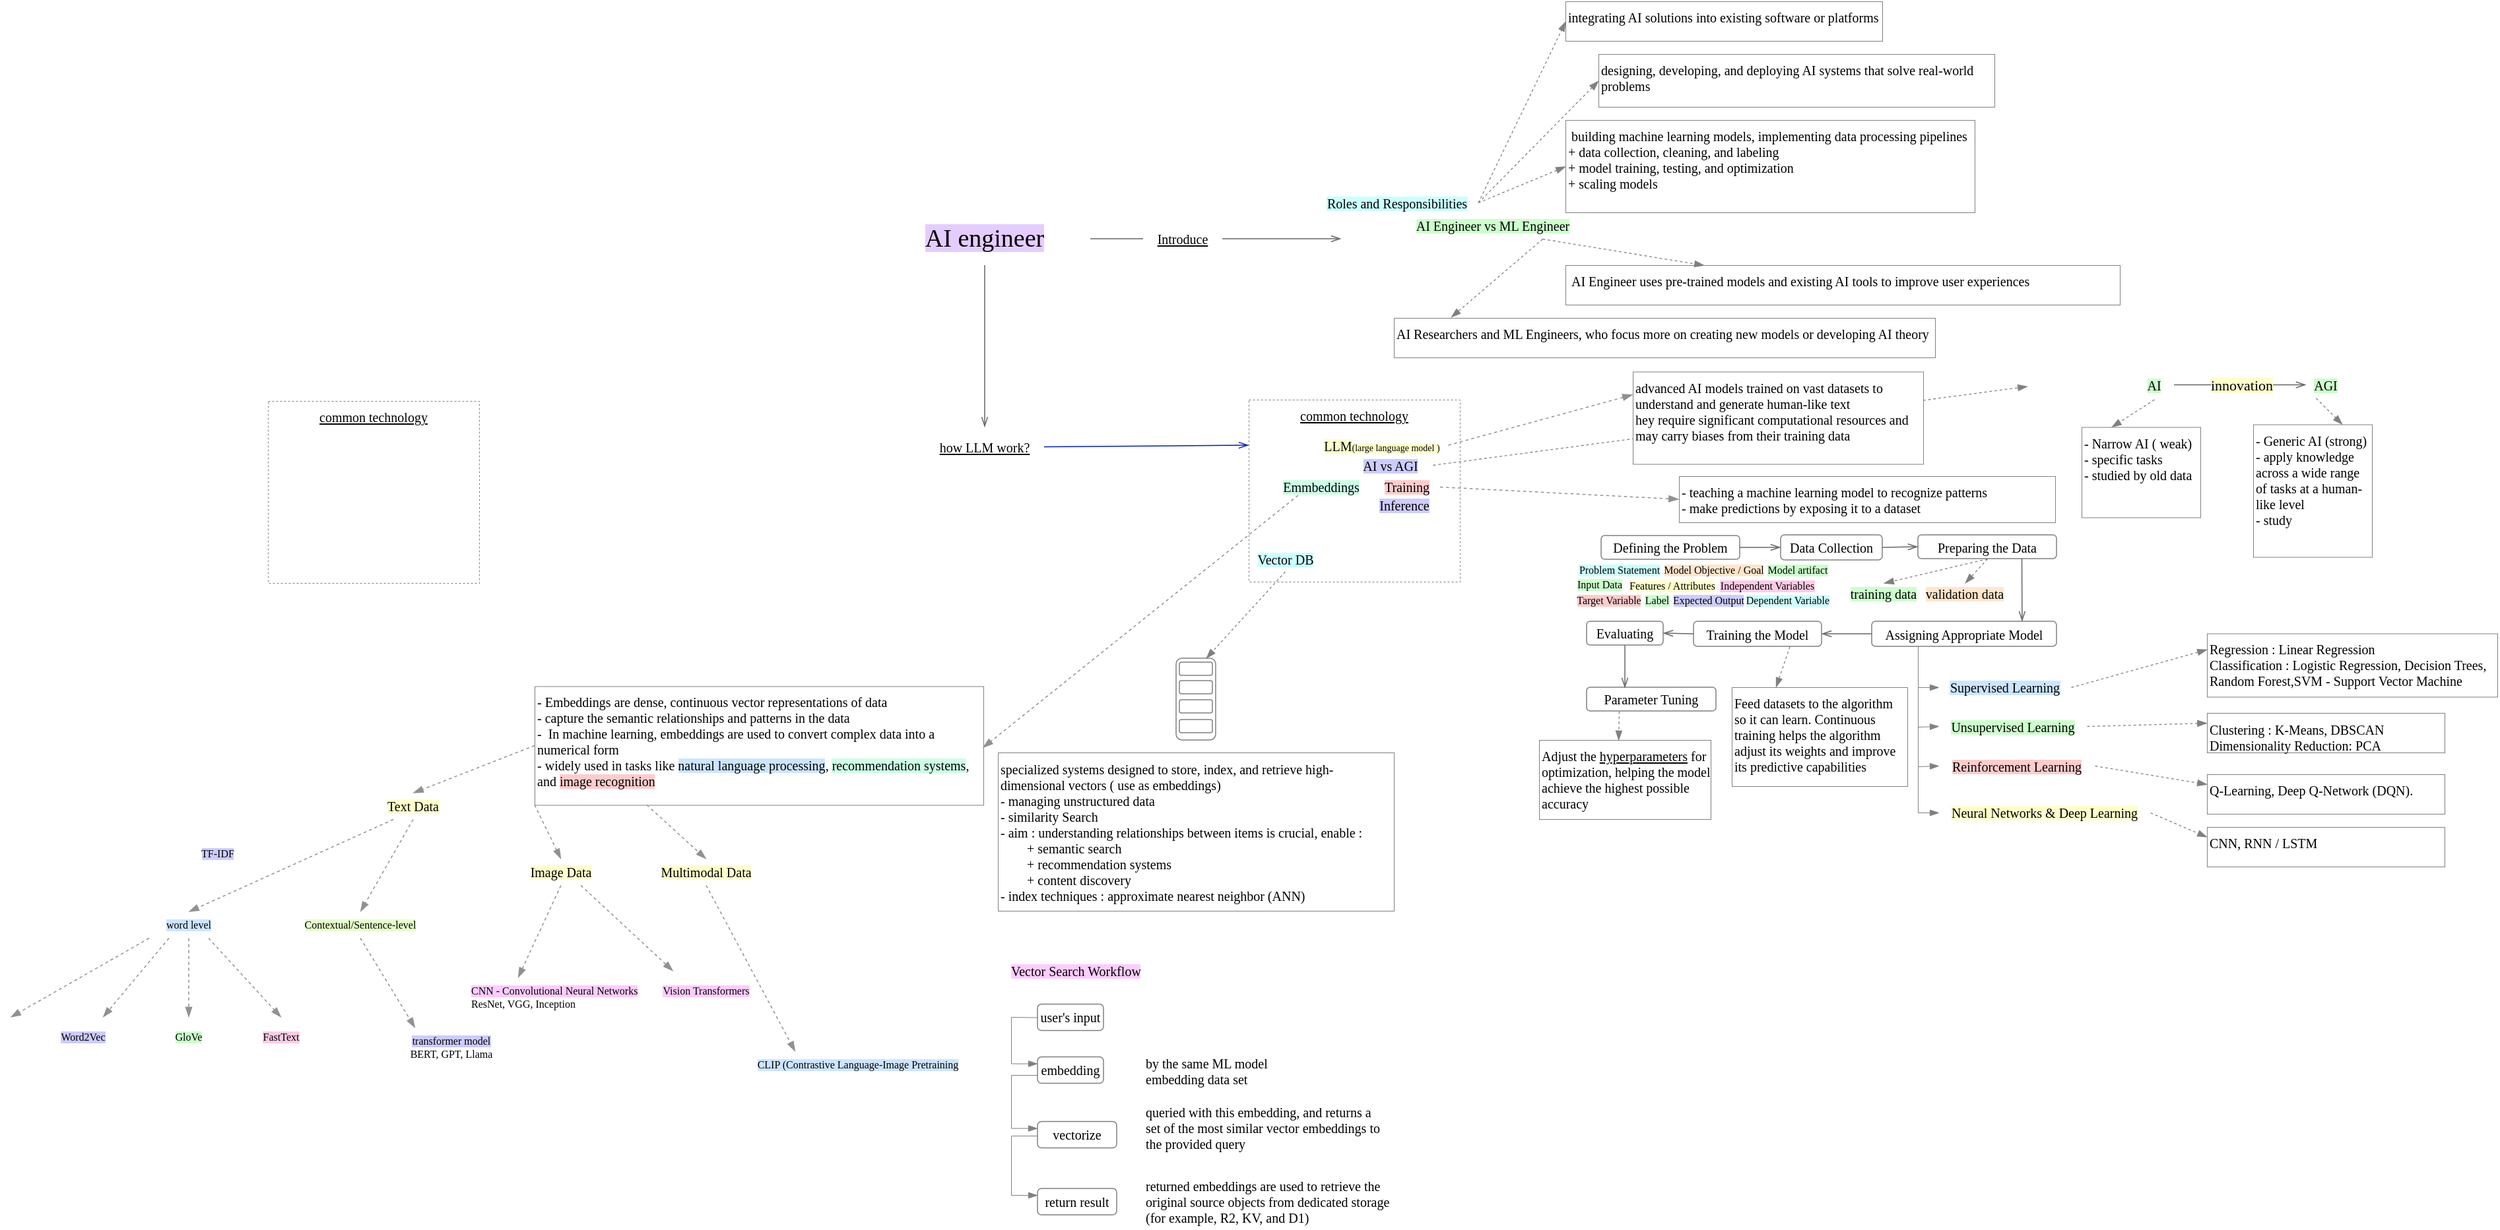
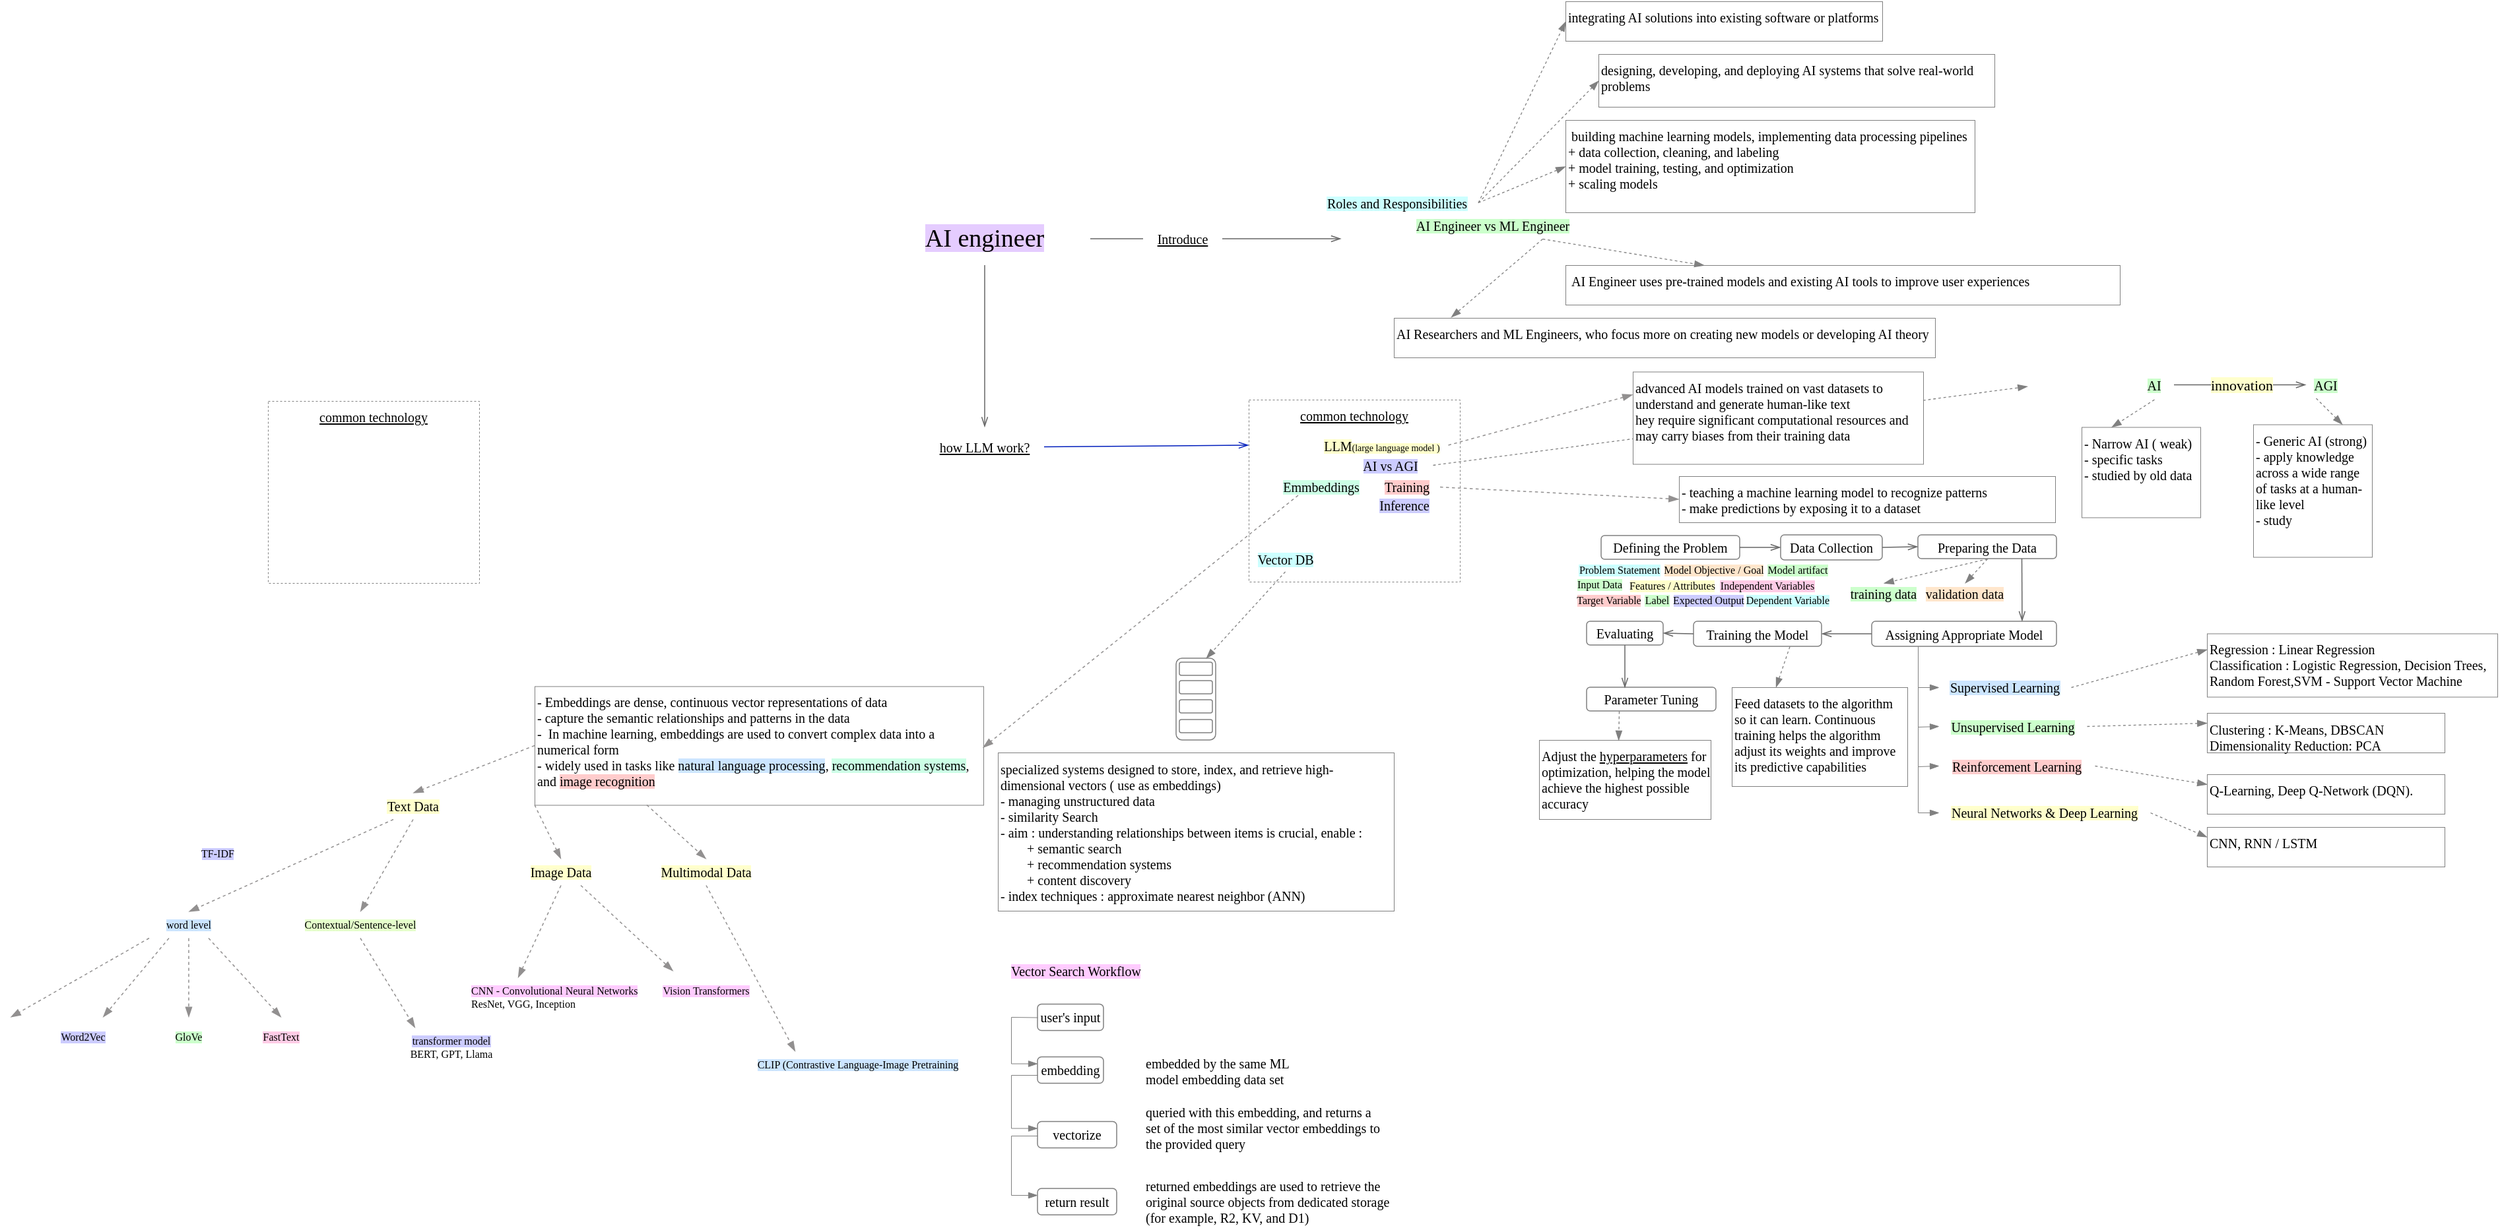
<mxfile host="app.diagrams.net" agent="Mozilla/5.0 (Macintosh; Intel Mac OS X 10_15_7) AppleWebKit/537.36 (KHTML, like Gecko) draw.io/29.3.0 Chrome/140.0.7339.249 Electron/38.7.2 Safari/537.36">
  <diagram name="Page-1" id="n3nyEJ4kgbD7jWuKOy95">
    <mxGraphModel dx="1697" dy="390" grid="1" gridSize="10" guides="1" tooltips="1" connect="1" arrows="1" fold="1" page="1" pageScale="1" pageWidth="827" pageHeight="1169" math="0" shadow="0">
      <root>
        <mxCell id="0" />
        <mxCell id="1" parent="0" />
        <mxCell id="48Jv2C9wjBzbgeSbcpPr-1" parent="1" style="text;html=1;whiteSpace=wrap;strokeColor=none;fillColor=none;align=center;verticalAlign=middle;rounded=0;fontFamily=Comic Sans MS;fontSize=19;" value="&lt;span style=&quot;background-color: rgb(229, 204, 255);&quot;&gt;AI engineer&lt;/span&gt;" vertex="1">
          <mxGeometry height="40" width="160" x="400" y="360" as="geometry" />
        </mxCell>
        <mxCell id="48Jv2C9wjBzbgeSbcpPr-3" parent="1" style="text;html=1;whiteSpace=wrap;strokeColor=none;fillColor=none;align=center;verticalAlign=middle;rounded=0;fontFamily=Comic Sans MS;fontSize=10;fontStyle=4" value="how LLM work?" vertex="1">
          <mxGeometry height="30" width="90" x="435" y="522.75" as="geometry" />
        </mxCell>
        <mxCell id="48Jv2C9wjBzbgeSbcpPr-6" edge="1" parent="1" source="48Jv2C9wjBzbgeSbcpPr-1" style="endArrow=openThin;html=1;rounded=0;strokeWidth=0.75;endFill=0;strokeColor=#666666;exitX=0.5;exitY=1;exitDx=0;exitDy=0;entryX=0.5;entryY=0;entryDx=0;entryDy=0;fontFamily=Comic Sans MS;" target="48Jv2C9wjBzbgeSbcpPr-3" value="">
          <mxGeometry height="50" relative="1" width="50" as="geometry">
            <mxPoint x="390" y="450" as="sourcePoint" />
            <mxPoint x="440" y="400" as="targetPoint" />
          </mxGeometry>
        </mxCell>
        <mxCell id="48Jv2C9wjBzbgeSbcpPr-8" parent="1" style="text;html=1;whiteSpace=wrap;strokeColor=none;fillColor=none;align=center;verticalAlign=middle;rounded=0;fontFamily=Comic Sans MS;fontSize=10;fontStyle=4" value="Introduce" vertex="1">
          <mxGeometry height="30" width="60" x="600" y="365" as="geometry" />
        </mxCell>
        <mxCell id="48Jv2C9wjBzbgeSbcpPr-9" edge="1" parent="1" source="48Jv2C9wjBzbgeSbcpPr-1" style="endArrow=none;html=1;rounded=0;strokeWidth=0.75;endFill=0;strokeColor=#666666;entryX=0;entryY=0.5;entryDx=0;entryDy=0;exitX=1;exitY=0.5;exitDx=0;exitDy=0;fontFamily=Comic Sans MS;" target="48Jv2C9wjBzbgeSbcpPr-8" value="">
          <mxGeometry height="50" relative="1" width="50" as="geometry">
            <mxPoint x="390" y="450" as="sourcePoint" />
            <mxPoint x="440" y="400" as="targetPoint" />
          </mxGeometry>
        </mxCell>
        <mxCell id="48Jv2C9wjBzbgeSbcpPr-11" edge="1" parent="1" source="48Jv2C9wjBzbgeSbcpPr-8" style="endArrow=openThin;html=1;rounded=0;strokeWidth=0.75;endFill=0;strokeColor=#666666;exitX=1;exitY=0.5;exitDx=0;exitDy=0;fontFamily=Comic Sans MS;" value="">
          <mxGeometry height="50" relative="1" width="50" as="geometry">
            <mxPoint x="590" y="450" as="sourcePoint" />
            <mxPoint x="750" y="380" as="targetPoint" />
          </mxGeometry>
        </mxCell>
        <mxCell id="48Jv2C9wjBzbgeSbcpPr-13" parent="1" style="text;html=1;whiteSpace=wrap;strokeColor=none;fillColor=none;align=center;verticalAlign=middle;rounded=0;fontFamily=Comic Sans MS;fontSize=10;" value="&lt;div&gt;&lt;span style=&quot;background-color: rgb(204, 255, 255);&quot;&gt;Roles and Responsibilities&lt;/span&gt;&lt;/div&gt;" vertex="1">
          <mxGeometry height="15" width="122.5" x="731.25" y="345" as="geometry" />
        </mxCell>
        <mxCell id="48Jv2C9wjBzbgeSbcpPr-14" parent="1" style="rounded=0;whiteSpace=wrap;html=1;fontFamily=Comic Sans MS;strokeWidth=0.5;strokeColor=#808080;align=left;verticalAlign=top;fontSize=10;" value="designing, developing, and deploying AI systems that solve real-world problems" vertex="1">
          <mxGeometry height="40" width="300" x="945" y="240" as="geometry" />
        </mxCell>
        <mxCell id="48Jv2C9wjBzbgeSbcpPr-15" parent="1" style="rounded=0;whiteSpace=wrap;html=1;fontFamily=Comic Sans MS;strokeWidth=0.5;strokeColor=#808080;align=left;verticalAlign=top;fontSize=10;" value="&amp;nbsp;building machine learning models, implementing data processing pipelines&lt;div&gt;+&amp;nbsp;data collection, cleaning, and labeling&lt;/div&gt;&lt;div&gt;+&amp;nbsp;model training, testing, and optimization&lt;/div&gt;&lt;div&gt;+&amp;nbsp;scaling models&lt;/div&gt;" vertex="1">
          <mxGeometry height="70" width="310" x="920" y="290" as="geometry" />
        </mxCell>
        <mxCell id="48Jv2C9wjBzbgeSbcpPr-16" parent="1" style="rounded=0;whiteSpace=wrap;html=1;fontFamily=Comic Sans MS;strokeWidth=0.5;strokeColor=#808080;align=left;verticalAlign=top;fontSize=10;" value="integrating AI solutions into existing software or platforms" vertex="1">
          <mxGeometry height="30" width="240" x="920" y="200" as="geometry" />
        </mxCell>
        <mxCell id="48Jv2C9wjBzbgeSbcpPr-17" edge="1" parent="1" source="48Jv2C9wjBzbgeSbcpPr-13" style="endArrow=blockThin;html=1;rounded=0;strokeColor=#808080;endFill=1;strokeWidth=0.65;exitX=1;exitY=0.5;exitDx=0;exitDy=0;entryX=0;entryY=0.5;entryDx=0;entryDy=0;dashed=1;fontFamily=Comic Sans MS;" target="48Jv2C9wjBzbgeSbcpPr-15" value="">
          <mxGeometry height="50" relative="1" width="50" as="geometry">
            <mxPoint x="945" y="330" as="sourcePoint" />
            <mxPoint x="920" y="290" as="targetPoint" />
          </mxGeometry>
        </mxCell>
        <mxCell id="48Jv2C9wjBzbgeSbcpPr-18" edge="1" parent="1" source="48Jv2C9wjBzbgeSbcpPr-13" style="endArrow=blockThin;html=1;rounded=0;strokeColor=#808080;endFill=1;strokeWidth=0.65;exitX=1;exitY=0.5;exitDx=0;exitDy=0;entryX=0;entryY=0.5;entryDx=0;entryDy=0;dashed=1;fontFamily=Comic Sans MS;" target="48Jv2C9wjBzbgeSbcpPr-14" value="">
          <mxGeometry height="50" relative="1" width="50" as="geometry">
            <mxPoint x="945" y="330" as="sourcePoint" />
            <mxPoint x="920" y="290" as="targetPoint" />
          </mxGeometry>
        </mxCell>
        <mxCell id="48Jv2C9wjBzbgeSbcpPr-19" edge="1" parent="1" source="48Jv2C9wjBzbgeSbcpPr-13" style="endArrow=blockThin;html=1;rounded=0;strokeColor=#808080;endFill=1;strokeWidth=0.65;exitX=1;exitY=0.5;exitDx=0;exitDy=0;entryX=0;entryY=0.5;entryDx=0;entryDy=0;dashed=1;fontFamily=Comic Sans MS;" target="48Jv2C9wjBzbgeSbcpPr-16" value="">
          <mxGeometry height="50" relative="1" width="50" as="geometry">
            <mxPoint x="945" y="330" as="sourcePoint" />
            <mxPoint x="920" y="290" as="targetPoint" />
          </mxGeometry>
        </mxCell>
        <mxCell id="48Jv2C9wjBzbgeSbcpPr-20" parent="1" style="text;html=1;whiteSpace=wrap;strokeColor=none;fillColor=none;align=center;verticalAlign=middle;rounded=0;fontFamily=Comic Sans MS;fontSize=10;" value="&lt;span style=&quot;background-color: rgb(204, 255, 204);&quot;&gt;AI Engineer vs ML Engineer&lt;/span&gt;" vertex="1">
          <mxGeometry height="20" width="150" x="790" y="360" as="geometry" />
        </mxCell>
        <mxCell id="48Jv2C9wjBzbgeSbcpPr-21" parent="1" style="rounded=0;whiteSpace=wrap;html=1;fontFamily=Comic Sans MS;strokeWidth=0.5;strokeColor=#808080;align=left;verticalAlign=top;fontSize=10;" value="&amp;nbsp;AI Engineer uses pre-trained models and existing AI tools to improve user experiences" vertex="1">
          <mxGeometry height="30" width="420" x="920" y="400" as="geometry" />
        </mxCell>
        <mxCell id="48Jv2C9wjBzbgeSbcpPr-22" parent="1" style="rounded=0;whiteSpace=wrap;html=1;fontFamily=Comic Sans MS;strokeWidth=0.5;strokeColor=#808080;align=left;verticalAlign=top;fontSize=10;" value="AI Researchers and ML Engineers, who focus more on creating new models or developing AI theory" vertex="1">
          <mxGeometry height="30" width="410" x="790" y="440" as="geometry" />
        </mxCell>
        <mxCell id="48Jv2C9wjBzbgeSbcpPr-23" edge="1" parent="1" source="48Jv2C9wjBzbgeSbcpPr-20" style="endArrow=blockThin;html=1;rounded=0;strokeColor=#808080;endFill=1;strokeWidth=0.65;exitX=0.75;exitY=1;exitDx=0;exitDy=0;entryX=0.25;entryY=0;entryDx=0;entryDy=0;dashed=1;fontFamily=Comic Sans MS;" target="48Jv2C9wjBzbgeSbcpPr-21" value="">
          <mxGeometry height="50" relative="1" width="50" as="geometry">
            <mxPoint x="705" y="330" as="sourcePoint" />
            <mxPoint x="680" y="290" as="targetPoint" />
          </mxGeometry>
        </mxCell>
        <mxCell id="48Jv2C9wjBzbgeSbcpPr-24" edge="1" parent="1" source="48Jv2C9wjBzbgeSbcpPr-20" style="endArrow=blockThin;html=1;rounded=0;strokeColor=#808080;endFill=1;strokeWidth=0.65;exitX=0.75;exitY=1;exitDx=0;exitDy=0;entryX=0.105;entryY=-0.017;entryDx=0;entryDy=0;dashed=1;entryPerimeter=0;fontFamily=Comic Sans MS;" target="48Jv2C9wjBzbgeSbcpPr-22" value="">
          <mxGeometry height="50" relative="1" width="50" as="geometry">
            <mxPoint x="705" y="330" as="sourcePoint" />
            <mxPoint x="680" y="290" as="targetPoint" />
          </mxGeometry>
        </mxCell>
        <mxCell id="48Jv2C9wjBzbgeSbcpPr-25" parent="1" style="rounded=0;whiteSpace=wrap;html=1;fontFamily=Comic Sans MS;strokeWidth=0.5;strokeColor=#808080;align=center;verticalAlign=top;fontSize=10;dashed=1;" value="&lt;u&gt;common technology&lt;/u&gt;&lt;div&gt;&lt;br&gt;&lt;/div&gt;" vertex="1">
          <mxGeometry height="138" width="160" x="680" y="502" as="geometry" />
        </mxCell>
        <mxCell id="48Jv2C9wjBzbgeSbcpPr-27" parent="1" style="text;html=1;whiteSpace=wrap;strokeColor=none;fillColor=none;align=center;verticalAlign=middle;rounded=0;fontFamily=Comic Sans MS;fontSize=10;" value="&lt;span&gt;&lt;span style=&quot;background-color: light-dark(rgb(204, 204, 255), rgb(0, 43, 0));&quot;&gt;AI vs AGI&lt;/span&gt;&lt;br&gt;&lt;/span&gt;" vertex="1">
          <mxGeometry height="10" width="65" x="754.5" y="546.5" as="geometry" />
        </mxCell>
        <mxCell id="48Jv2C9wjBzbgeSbcpPr-28" edge="1" parent="1" source="48Jv2C9wjBzbgeSbcpPr-3" style="endArrow=openThin;html=1;rounded=0;strokeWidth=0.75;endFill=0;strokeColor=#001DBC;exitX=1;exitY=0.5;exitDx=0;exitDy=0;entryX=0;entryY=0.25;entryDx=0;entryDy=0;fontFamily=Comic Sans MS;fillColor=#0050ef;" target="48Jv2C9wjBzbgeSbcpPr-25" value="">
          <mxGeometry height="50" relative="1" width="50" as="geometry">
            <mxPoint x="670" y="630" as="sourcePoint" />
            <mxPoint x="720" y="580" as="targetPoint" />
          </mxGeometry>
        </mxCell>
        <mxCell id="48Jv2C9wjBzbgeSbcpPr-31" edge="1" parent="1" source="48Jv2C9wjBzbgeSbcpPr-27" style="endArrow=blockThin;html=1;rounded=0;strokeColor=#808080;endFill=1;strokeWidth=0.65;exitX=1;exitY=0.5;exitDx=0;exitDy=0;dashed=1;fontFamily=Comic Sans MS;entryX=0;entryY=0.5;entryDx=0;entryDy=0;" value="">
          <mxGeometry height="50" relative="1" width="50" as="geometry">
            <mxPoint x="810" y="536" as="sourcePoint" />
            <mxPoint x="1270" y="491.7500000000001" as="targetPoint" />
          </mxGeometry>
        </mxCell>
        <mxCell id="48Jv2C9wjBzbgeSbcpPr-32" parent="1" style="text;html=1;whiteSpace=wrap;strokeColor=none;fillColor=none;align=center;verticalAlign=middle;rounded=0;fontFamily=Comic Sans MS;fontSize=10;" value="&lt;span style=&quot;background-color: rgb(204, 255, 204);&quot;&gt;&lt;span style=&quot;background-color: light-dark(rgb(204, 255, 204), rgb(0, 43, 0));&quot;&gt;AI&lt;/span&gt;&lt;br&gt;&lt;/span&gt;" vertex="1">
          <mxGeometry height="22" width="30" x="1351" y="479.75" as="geometry" />
        </mxCell>
        <mxCell id="48Jv2C9wjBzbgeSbcpPr-34" parent="1" style="text;html=1;whiteSpace=wrap;strokeColor=none;fillColor=none;align=center;verticalAlign=middle;rounded=0;fontFamily=Comic Sans MS;fontSize=10;" value="&lt;span style=&quot;background-color: rgb(204, 255, 204);&quot;&gt;AGI&lt;/span&gt;" vertex="1">
          <mxGeometry height="20" width="30" x="1481" y="480.75" as="geometry" />
        </mxCell>
        <mxCell id="48Jv2C9wjBzbgeSbcpPr-35" edge="1" parent="1" source="48Jv2C9wjBzbgeSbcpPr-32" style="endArrow=openThin;html=1;rounded=0;strokeWidth=0.75;endFill=0;strokeColor=#666666;exitX=1;exitY=0.5;exitDx=0;exitDy=0;fontFamily=Comic Sans MS;" target="48Jv2C9wjBzbgeSbcpPr-34" value="">
          <mxGeometry height="50" relative="1" width="50" as="geometry">
            <mxPoint x="1391" y="612.75" as="sourcePoint" />
            <mxPoint x="1441" y="562.75" as="targetPoint" />
          </mxGeometry>
        </mxCell>
        <mxCell id="48Jv2C9wjBzbgeSbcpPr-36" connectable="0" parent="48Jv2C9wjBzbgeSbcpPr-35" style="edgeLabel;html=1;align=center;verticalAlign=middle;resizable=0;points=[];fontFamily=Comic Sans MS;" value="&lt;span style=&quot;background-color: rgb(255, 255, 204);&quot;&gt;innovation&lt;/span&gt;" vertex="1">
          <mxGeometry relative="1" x="-0.312" as="geometry">
            <mxPoint x="16" as="offset" />
          </mxGeometry>
        </mxCell>
        <mxCell id="48Jv2C9wjBzbgeSbcpPr-37" parent="1" style="rounded=0;whiteSpace=wrap;html=1;fontFamily=Comic Sans MS;strokeWidth=0.5;strokeColor=#808080;align=left;verticalAlign=top;fontSize=10;" value="- Narrow AI ( weak)&lt;div&gt;-&amp;nbsp;specific tasks&lt;/div&gt;&lt;div&gt;- studied by old data&lt;/div&gt;" vertex="1">
          <mxGeometry height="68.5" width="90" x="1311" y="522.75" as="geometry" />
        </mxCell>
        <mxCell id="48Jv2C9wjBzbgeSbcpPr-38" parent="1" style="rounded=0;whiteSpace=wrap;html=1;fontFamily=Comic Sans MS;strokeWidth=0.5;strokeColor=#808080;align=left;verticalAlign=top;fontSize=10;" value="- Generic AI (strong)&lt;div&gt;-&amp;nbsp;apply knowledge across a wide range of tasks at a human-like level&lt;/div&gt;&lt;div&gt;- study&amp;nbsp;&lt;/div&gt;" vertex="1">
          <mxGeometry height="100.5" width="90" x="1441" y="520.75" as="geometry" />
        </mxCell>
        <mxCell id="48Jv2C9wjBzbgeSbcpPr-39" edge="1" parent="1" source="48Jv2C9wjBzbgeSbcpPr-34" style="endArrow=blockThin;html=1;rounded=0;strokeColor=#808080;endFill=1;strokeWidth=0.65;exitX=0.25;exitY=1;exitDx=0;exitDy=0;entryX=0.75;entryY=0;entryDx=0;entryDy=0;dashed=1;" target="48Jv2C9wjBzbgeSbcpPr-38" value="">
          <mxGeometry height="50" relative="1" width="50" as="geometry">
            <mxPoint x="1456" y="580.75" as="sourcePoint" />
            <mxPoint x="1431" y="540.75" as="targetPoint" />
          </mxGeometry>
        </mxCell>
        <mxCell id="48Jv2C9wjBzbgeSbcpPr-41" edge="1" parent="1" source="48Jv2C9wjBzbgeSbcpPr-32" style="endArrow=blockThin;html=1;rounded=0;strokeColor=#808080;endFill=1;strokeWidth=0.65;exitX=0.5;exitY=1;exitDx=0;exitDy=0;entryX=0.25;entryY=0;entryDx=0;entryDy=0;dashed=1;" target="48Jv2C9wjBzbgeSbcpPr-37" value="">
          <mxGeometry height="50" relative="1" width="50" as="geometry">
            <mxPoint x="1456" y="582.75" as="sourcePoint" />
            <mxPoint x="1431" y="542.75" as="targetPoint" />
          </mxGeometry>
        </mxCell>
        <mxCell id="4Kx2ZGOmUHy-jwn0eLsE-1" parent="1" style="text;html=1;whiteSpace=wrap;strokeColor=none;fillColor=none;align=center;verticalAlign=middle;rounded=0;" value="&lt;font face=&quot;Comic Sans MS&quot; style=&quot;background-color: rgb(255, 255, 204); font-size: 10px;&quot;&gt;LLM&lt;/font&gt;&lt;span style=&quot;background-color: rgb(255, 255, 204); font-size: 7px; font-family: &amp;quot;Comic Sans MS&amp;quot;; color: light-dark(rgb(0, 0, 0), rgb(255, 255, 255));&quot;&gt;(large language model )&lt;/span&gt;" vertex="1">
          <mxGeometry height="20" width="100" x="731.25" y="526.5" as="geometry" />
        </mxCell>
        <mxCell id="4Kx2ZGOmUHy-jwn0eLsE-2" parent="1" style="rounded=0;whiteSpace=wrap;html=1;align=left;verticalAlign=top;fontFamily=Comic Sans MS;strokeWidth=0.5;fontSize=10;strokeColor=#808080;" value="&lt;div&gt;&lt;div&gt;&lt;span style=&quot;background-color: transparent;&quot;&gt;advanced AI models trained on vast datasets to understand and generate human-like text&lt;/span&gt;&lt;/div&gt;&lt;/div&gt;&lt;div&gt;&lt;span style=&quot;background-color: transparent;&quot;&gt;hey require significant computational resources and may carry biases from their training data&lt;/span&gt;&lt;/div&gt;" vertex="1">
          <mxGeometry height="70" width="220" x="971" y="480.75" as="geometry" />
        </mxCell>
        <mxCell id="4Kx2ZGOmUHy-jwn0eLsE-3" edge="1" parent="1" source="4Kx2ZGOmUHy-jwn0eLsE-1" style="endArrow=blockThin;html=1;rounded=0;endFill=1;strokeColor=light-dark(#929090, #ededed);strokeWidth=0.75;dashed=1;exitX=1;exitY=0.5;exitDx=0;exitDy=0;entryX=0;entryY=0.25;entryDx=0;entryDy=0;" target="4Kx2ZGOmUHy-jwn0eLsE-2" value="">
          <mxGeometry height="50" relative="1" width="50" as="geometry">
            <mxPoint x="710" y="550" as="sourcePoint" />
            <mxPoint x="760" y="500" as="targetPoint" />
          </mxGeometry>
        </mxCell>
        <mxCell id="4Kx2ZGOmUHy-jwn0eLsE-4" parent="1" style="text;html=1;whiteSpace=wrap;strokeColor=none;fillColor=none;align=center;verticalAlign=middle;rounded=0;fontFamily=Comic Sans MS;fontSize=10;" value="&lt;span&gt;&lt;span style=&quot;background-color: light-dark(rgb(204, 255, 230), rgb(0, 43, 0));&quot;&gt;Emmbeddings&lt;/span&gt;&lt;br&gt;&lt;/span&gt;" vertex="1">
          <mxGeometry height="14" width="70" x="700" y="560.5" as="geometry" />
        </mxCell>
        <mxCell id="4Kx2ZGOmUHy-jwn0eLsE-5" parent="1" style="rounded=0;whiteSpace=wrap;html=1;align=left;verticalAlign=top;fontFamily=Comic Sans MS;strokeWidth=0.5;fontSize=10;strokeColor=#808080;" value="&lt;div&gt;&lt;div&gt;&lt;span style=&quot;background-color: transparent;&quot;&gt;- Embeddings are dense, continuous vector representations of data&lt;/span&gt;&lt;/div&gt;&lt;/div&gt;&lt;div&gt;&lt;span style=&quot;background-color: transparent;&quot;&gt;-&amp;nbsp;&lt;/span&gt;&lt;span style=&quot;background-color: transparent;&quot;&gt;capture the semantic relationships and patterns in the data&lt;/span&gt;&lt;/div&gt;&lt;div&gt;&lt;span style=&quot;background-color: transparent;&quot;&gt;-&amp;nbsp;&lt;/span&gt;&lt;span style=&quot;background-color: transparent;&quot;&gt;&amp;nbsp;In machine learning, embeddings are used to convert complex data into a numerical form&lt;/span&gt;&lt;/div&gt;&lt;div&gt;&lt;span style=&quot;background-color: transparent;&quot;&gt;-&amp;nbsp;&lt;/span&gt;&lt;span style=&quot;background-color: transparent;&quot;&gt;widely used in tasks like &lt;/span&gt;&lt;span style=&quot;background-color: rgb(204, 229, 255);&quot;&gt;natural language processing&lt;/span&gt;&lt;span style=&quot;background-color: transparent;&quot;&gt;, &lt;/span&gt;&lt;span style=&quot;background-color: rgb(204, 255, 230);&quot;&gt;recommendation systems&lt;/span&gt;&lt;span style=&quot;background-color: transparent;&quot;&gt;, and &lt;/span&gt;&lt;span style=&quot;background-color: rgb(255, 204, 204);&quot;&gt;image recognition&lt;/span&gt;&lt;/div&gt;" vertex="1">
          <mxGeometry height="90" width="340" x="139" y="719.25" as="geometry" />
        </mxCell>
        <mxCell id="4Kx2ZGOmUHy-jwn0eLsE-6" parent="1" style="text;html=1;whiteSpace=wrap;strokeColor=none;fillColor=none;align=center;verticalAlign=middle;rounded=0;fontSize=10;" value="&lt;font face=&quot;Comic Sans MS&quot; style=&quot;background-color: rgb(255, 204, 204);&quot;&gt;Training&lt;/font&gt;" vertex="1">
          <mxGeometry height="13.5" width="50" x="775" y="561.5" as="geometry" />
        </mxCell>
        <mxCell id="4Kx2ZGOmUHy-jwn0eLsE-7" edge="1" parent="1" source="4Kx2ZGOmUHy-jwn0eLsE-4" style="endArrow=blockThin;html=1;rounded=0;endFill=1;strokeColor=light-dark(#929090, #ededed);strokeWidth=0.75;dashed=1;exitX=0.25;exitY=1;exitDx=0;exitDy=0;entryX=0.999;entryY=0.518;entryDx=0;entryDy=0;entryPerimeter=0;" target="4Kx2ZGOmUHy-jwn0eLsE-5" value="">
          <mxGeometry height="50" relative="1" width="50" as="geometry">
            <mxPoint x="620" y="640" as="sourcePoint" />
            <mxPoint x="670" y="590" as="targetPoint" />
          </mxGeometry>
        </mxCell>
        <mxCell id="4Kx2ZGOmUHy-jwn0eLsE-8" parent="1" style="rounded=0;whiteSpace=wrap;html=1;align=left;verticalAlign=top;fontFamily=Comic Sans MS;strokeWidth=0.5;fontSize=10;strokeColor=#808080;" value="&lt;div&gt;&lt;span style=&quot;background-color: transparent; color: light-dark(rgb(0, 0, 0), rgb(255, 255, 255));&quot;&gt;-&amp;nbsp;teaching a machine learning model to recognize patterns&lt;/span&gt;&lt;/div&gt;&lt;div&gt;-&amp;nbsp;make predictions by exposing it to a dataset&lt;/div&gt;" vertex="1">
          <mxGeometry height="35" width="285" x="1006" y="560" as="geometry" />
        </mxCell>
        <mxCell id="4Kx2ZGOmUHy-jwn0eLsE-10" edge="1" parent="1" source="4Kx2ZGOmUHy-jwn0eLsE-6" style="endArrow=blockThin;html=1;rounded=0;endFill=1;strokeColor=light-dark(#929090, #ededed);strokeWidth=0.75;dashed=1;exitX=1;exitY=0.5;exitDx=0;exitDy=0;entryX=0;entryY=0.5;entryDx=0;entryDy=0;" target="4Kx2ZGOmUHy-jwn0eLsE-8" value="">
          <mxGeometry height="50" relative="1" width="50" as="geometry">
            <mxPoint x="950" y="590" as="sourcePoint" />
            <mxPoint x="1000" y="540" as="targetPoint" />
          </mxGeometry>
        </mxCell>
        <mxCell id="4Kx2ZGOmUHy-jwn0eLsE-11" parent="1" style="text;html=1;whiteSpace=wrap;strokeColor=none;fillColor=none;align=center;verticalAlign=middle;rounded=0;fontSize=10;" value="&lt;font face=&quot;Comic Sans MS&quot; style=&quot;background-color: rgb(255, 255, 204);&quot;&gt;Text Data&lt;/font&gt;" vertex="1">
          <mxGeometry height="20" width="60" x="17" y="800.25" as="geometry" />
        </mxCell>
        <mxCell id="4Kx2ZGOmUHy-jwn0eLsE-12" parent="1" style="text;html=1;whiteSpace=wrap;strokeColor=none;fillColor=none;align=center;verticalAlign=middle;rounded=0;fontSize=10;" value="&lt;font face=&quot;Comic Sans MS&quot; style=&quot;background-color: rgb(255, 255, 204);&quot;&gt;Image Data&lt;/font&gt;" vertex="1">
          <mxGeometry height="20" width="60" x="129" y="850.25" as="geometry" />
        </mxCell>
        <mxCell id="4Kx2ZGOmUHy-jwn0eLsE-13" parent="1" style="text;html=1;whiteSpace=wrap;strokeColor=none;fillColor=none;align=center;verticalAlign=middle;rounded=0;fontSize=10;" value="&lt;font face=&quot;Comic Sans MS&quot; style=&quot;background-color: rgb(255, 255, 204);&quot;&gt;Multimodal&amp;nbsp;Data&lt;/font&gt;" vertex="1">
          <mxGeometry height="20" width="60" x="239" y="850.25" as="geometry" />
        </mxCell>
        <mxCell id="4Kx2ZGOmUHy-jwn0eLsE-14" edge="1" parent="1" source="4Kx2ZGOmUHy-jwn0eLsE-5" style="endArrow=blockThin;html=1;rounded=0;endFill=1;strokeColor=light-dark(#929090, #ededed);strokeWidth=0.75;dashed=1;entryX=0.5;entryY=0;entryDx=0;entryDy=0;exitX=0.25;exitY=1;exitDx=0;exitDy=0;" target="4Kx2ZGOmUHy-jwn0eLsE-13" value="">
          <mxGeometry height="50" relative="1" width="50" as="geometry">
            <mxPoint x="239" y="839.25" as="sourcePoint" />
            <mxPoint x="289" y="789.25" as="targetPoint" />
          </mxGeometry>
        </mxCell>
        <mxCell id="4Kx2ZGOmUHy-jwn0eLsE-15" edge="1" parent="1" source="4Kx2ZGOmUHy-jwn0eLsE-5" style="endArrow=blockThin;html=1;rounded=0;endFill=1;strokeColor=light-dark(#929090, #ededed);strokeWidth=0.75;dashed=1;entryX=0.5;entryY=0;entryDx=0;entryDy=0;exitX=0;exitY=1;exitDx=0;exitDy=0;" target="4Kx2ZGOmUHy-jwn0eLsE-12" value="">
          <mxGeometry height="50" relative="1" width="50" as="geometry">
            <mxPoint x="239" y="839.25" as="sourcePoint" />
            <mxPoint x="289" y="789.25" as="targetPoint" />
          </mxGeometry>
        </mxCell>
        <mxCell id="4Kx2ZGOmUHy-jwn0eLsE-16" edge="1" parent="1" source="4Kx2ZGOmUHy-jwn0eLsE-5" style="endArrow=blockThin;html=1;rounded=0;endFill=1;strokeColor=light-dark(#929090, #ededed);strokeWidth=0.75;dashed=1;entryX=0.5;entryY=0;entryDx=0;entryDy=0;exitX=0;exitY=0.5;exitDx=0;exitDy=0;" target="4Kx2ZGOmUHy-jwn0eLsE-11" value="">
          <mxGeometry height="50" relative="1" width="50" as="geometry">
            <mxPoint x="239" y="839.25" as="sourcePoint" />
            <mxPoint x="289" y="789.25" as="targetPoint" />
          </mxGeometry>
        </mxCell>
        <mxCell id="4Kx2ZGOmUHy-jwn0eLsE-17" parent="1" style="text;html=1;whiteSpace=wrap;strokeColor=none;fillColor=none;align=center;verticalAlign=middle;rounded=0;fontSize=8;" value="&lt;font face=&quot;Comic Sans MS&quot; style=&quot;background-color: rgb(204, 229, 255);&quot;&gt;word level&lt;/font&gt;" vertex="1">
          <mxGeometry height="20" width="60" x="-153" y="890.25" as="geometry" />
        </mxCell>
        <mxCell id="4Kx2ZGOmUHy-jwn0eLsE-18" parent="1" style="text;html=1;whiteSpace=wrap;strokeColor=none;fillColor=none;align=center;verticalAlign=middle;rounded=0;fontSize=8;fontStyle=0" value="&lt;font face=&quot;Comic Sans MS&quot; style=&quot;background-color: rgb(204, 204, 255);&quot;&gt;Word2Vec&lt;/font&gt;" vertex="1">
          <mxGeometry height="30" width="60" x="-233" y="970.2499999999995" as="geometry" />
        </mxCell>
        <mxCell id="4Kx2ZGOmUHy-jwn0eLsE-19" parent="1" style="text;html=1;whiteSpace=wrap;strokeColor=none;fillColor=none;align=center;verticalAlign=middle;rounded=0;fontSize=8;fontStyle=0" value="&lt;font face=&quot;Comic Sans MS&quot; style=&quot;background-color: rgb(204, 255, 204);&quot;&gt;GloVe&lt;/font&gt;" vertex="1">
          <mxGeometry height="30" width="60" x="-153" y="970.2499999999995" as="geometry" />
        </mxCell>
        <mxCell id="4Kx2ZGOmUHy-jwn0eLsE-20" parent="1" style="text;html=1;whiteSpace=wrap;strokeColor=none;fillColor=none;align=center;verticalAlign=middle;rounded=0;fontSize=8;fontStyle=0" value="&lt;font face=&quot;Comic Sans MS&quot; style=&quot;background-color: rgb(255, 204, 230);&quot;&gt;FastText&lt;/font&gt;" vertex="1">
          <mxGeometry height="30" width="60" x="-83" y="970.2499999999995" as="geometry" />
        </mxCell>
        <mxCell id="4Kx2ZGOmUHy-jwn0eLsE-21" edge="1" parent="1" source="4Kx2ZGOmUHy-jwn0eLsE-17" style="endArrow=blockThin;html=1;rounded=0;endFill=1;strokeColor=light-dark(#929090, #ededed);strokeWidth=0.75;dashed=1;exitX=0.75;exitY=1;exitDx=0;exitDy=0;entryX=0.5;entryY=0;entryDx=0;entryDy=0;fontSize=8;" target="4Kx2ZGOmUHy-jwn0eLsE-20" value="">
          <mxGeometry height="50" relative="1" width="50" as="geometry">
            <mxPoint x="-53" y="930.25" as="sourcePoint" />
            <mxPoint x="-3" y="880.25" as="targetPoint" />
          </mxGeometry>
        </mxCell>
        <mxCell id="4Kx2ZGOmUHy-jwn0eLsE-22" edge="1" parent="1" source="4Kx2ZGOmUHy-jwn0eLsE-17" style="endArrow=blockThin;html=1;rounded=0;endFill=1;strokeColor=light-dark(#929090, #ededed);strokeWidth=0.75;dashed=1;exitX=0.5;exitY=1;exitDx=0;exitDy=0;fontSize=8;" target="4Kx2ZGOmUHy-jwn0eLsE-19" value="">
          <mxGeometry height="50" relative="1" width="50" as="geometry">
            <mxPoint x="-83" y="930.25" as="sourcePoint" />
            <mxPoint x="-28" y="990.25" as="targetPoint" />
          </mxGeometry>
        </mxCell>
        <mxCell id="4Kx2ZGOmUHy-jwn0eLsE-23" edge="1" parent="1" source="4Kx2ZGOmUHy-jwn0eLsE-17" style="endArrow=blockThin;html=1;rounded=0;endFill=1;strokeColor=light-dark(#929090, #ededed);strokeWidth=0.75;dashed=1;exitX=0.25;exitY=1;exitDx=0;exitDy=0;entryX=0.75;entryY=0;entryDx=0;entryDy=0;fontSize=8;" target="4Kx2ZGOmUHy-jwn0eLsE-18" value="">
          <mxGeometry height="50" relative="1" width="50" as="geometry">
            <mxPoint x="-133" y="920.25" as="sourcePoint" />
            <mxPoint x="-133" y="980.25" as="targetPoint" />
          </mxGeometry>
        </mxCell>
        <mxCell id="4Kx2ZGOmUHy-jwn0eLsE-24" parent="1" style="text;html=1;whiteSpace=wrap;strokeColor=none;fillColor=none;align=center;verticalAlign=middle;rounded=0;fontSize=8;" value="&lt;font face=&quot;Comic Sans MS&quot; style=&quot;background-color: rgb(230, 255, 204);&quot;&gt;Contextual/Sentence-level&lt;/font&gt;" vertex="1">
          <mxGeometry height="20" width="140" x="-63" y="890.25" as="geometry" />
        </mxCell>
        <mxCell id="4Kx2ZGOmUHy-jwn0eLsE-25" parent="1" style="text;html=1;whiteSpace=wrap;strokeColor=none;fillColor=none;align=center;verticalAlign=middle;rounded=0;fontSize=8;" value="&lt;font face=&quot;Comic Sans MS&quot;&gt;&lt;span style=&quot;background-color: rgb(204, 204, 255);&quot;&gt;transformer model&lt;/span&gt;&lt;br&gt;&lt;font&gt;BERT, GPT, Llama&lt;/font&gt;&lt;/font&gt;" vertex="1">
          <mxGeometry height="30" width="110" x="21" y="978.25" as="geometry" />
        </mxCell>
        <mxCell id="4Kx2ZGOmUHy-jwn0eLsE-26" edge="1" parent="1" source="4Kx2ZGOmUHy-jwn0eLsE-24" style="endArrow=blockThin;html=1;rounded=0;endFill=1;strokeColor=light-dark(#929090, #ededed);strokeWidth=0.75;dashed=1;entryX=0.25;entryY=0;entryDx=0;entryDy=0;exitX=0.5;exitY=1;exitDx=0;exitDy=0;fontSize=8;" target="4Kx2ZGOmUHy-jwn0eLsE-25" value="">
          <mxGeometry height="50" relative="1" width="50" as="geometry">
            <mxPoint x="37" y="980.25" as="sourcePoint" />
            <mxPoint x="87" y="930.25" as="targetPoint" />
          </mxGeometry>
        </mxCell>
        <mxCell id="4Kx2ZGOmUHy-jwn0eLsE-27" edge="1" parent="1" source="4Kx2ZGOmUHy-jwn0eLsE-11" style="endArrow=blockThin;html=1;rounded=0;endFill=1;strokeColor=light-dark(#929090, #ededed);strokeWidth=0.75;dashed=1;exitX=0.25;exitY=1;exitDx=0;exitDy=0;entryX=0.5;entryY=0;entryDx=0;entryDy=0;" target="4Kx2ZGOmUHy-jwn0eLsE-17" value="">
          <mxGeometry height="50" relative="1" width="50" as="geometry">
            <mxPoint x="7" y="990.25" as="sourcePoint" />
            <mxPoint x="57" y="940.25" as="targetPoint" />
          </mxGeometry>
        </mxCell>
        <mxCell id="4Kx2ZGOmUHy-jwn0eLsE-28" edge="1" parent="1" source="4Kx2ZGOmUHy-jwn0eLsE-11" style="endArrow=blockThin;html=1;rounded=0;endFill=1;strokeColor=light-dark(#929090, #ededed);strokeWidth=0.75;dashed=1;entryX=0.5;entryY=0;entryDx=0;entryDy=0;exitX=0.5;exitY=1;exitDx=0;exitDy=0;" target="4Kx2ZGOmUHy-jwn0eLsE-24" value="">
          <mxGeometry height="50" relative="1" width="50" as="geometry">
            <mxPoint x="7" y="990.25" as="sourcePoint" />
            <mxPoint x="57" y="940.25" as="targetPoint" />
          </mxGeometry>
        </mxCell>
        <mxCell id="4Kx2ZGOmUHy-jwn0eLsE-29" parent="1" style="text;html=1;whiteSpace=wrap;strokeColor=none;fillColor=none;align=left;verticalAlign=middle;rounded=0;fontSize=8;" value="&lt;font face=&quot;Comic Sans MS&quot;&gt;&lt;span style=&quot;background-color: rgb(255, 204, 255);&quot;&gt;CNN - Convolutional Neural Networks&lt;/span&gt;&lt;br&gt;&lt;span&gt;ResNet, VGG, Inception&lt;/span&gt;&lt;/font&gt;" vertex="1">
          <mxGeometry height="30" width="150" x="89" y="940.25" as="geometry" />
        </mxCell>
        <mxCell id="4Kx2ZGOmUHy-jwn0eLsE-30" parent="1" style="text;html=1;whiteSpace=wrap;strokeColor=none;fillColor=none;align=center;verticalAlign=middle;rounded=0;fontSize=8;" value="&lt;font face=&quot;Comic Sans MS&quot; style=&quot;background-color: rgb(255, 204, 255);&quot;&gt;Vision Transformers&lt;/font&gt;" vertex="1">
          <mxGeometry height="30" width="100" x="219" y="935.25" as="geometry" />
        </mxCell>
        <mxCell id="4Kx2ZGOmUHy-jwn0eLsE-31" edge="1" parent="1" source="4Kx2ZGOmUHy-jwn0eLsE-12" style="endArrow=blockThin;html=1;rounded=0;endFill=1;strokeColor=light-dark(#929090, #ededed);strokeWidth=0.75;dashed=1;exitX=0.5;exitY=1;exitDx=0;exitDy=0;entryX=0.25;entryY=0;entryDx=0;entryDy=0;" target="4Kx2ZGOmUHy-jwn0eLsE-29" value="">
          <mxGeometry height="50" relative="1" width="50" as="geometry">
            <mxPoint x="79" y="1030.25" as="sourcePoint" />
            <mxPoint x="129" y="980.25" as="targetPoint" />
          </mxGeometry>
        </mxCell>
        <mxCell id="4Kx2ZGOmUHy-jwn0eLsE-32" edge="1" parent="1" source="4Kx2ZGOmUHy-jwn0eLsE-12" style="endArrow=blockThin;html=1;rounded=0;endFill=1;strokeColor=light-dark(#929090, #ededed);strokeWidth=0.75;dashed=1;entryX=0.25;entryY=0;entryDx=0;entryDy=0;exitX=0.75;exitY=1;exitDx=0;exitDy=0;" target="4Kx2ZGOmUHy-jwn0eLsE-30" value="">
          <mxGeometry height="50" relative="1" width="50" as="geometry">
            <mxPoint x="79" y="1030.25" as="sourcePoint" />
            <mxPoint x="129" y="980.25" as="targetPoint" />
          </mxGeometry>
        </mxCell>
        <mxCell id="4Kx2ZGOmUHy-jwn0eLsE-33" parent="1" style="text;html=1;whiteSpace=wrap;strokeColor=none;fillColor=none;align=center;verticalAlign=middle;rounded=0;fontSize=8;" value="&lt;font face=&quot;Comic Sans MS&quot; style=&quot;background-color: rgb(204, 229, 255);&quot;&gt;CLIP (Contrastive Language-Image Pretraining&lt;/font&gt;" vertex="1">
          <mxGeometry height="20" width="190" x="289" y="996.25" as="geometry" />
        </mxCell>
        <mxCell id="4Kx2ZGOmUHy-jwn0eLsE-34" edge="1" parent="1" source="4Kx2ZGOmUHy-jwn0eLsE-13" style="endArrow=blockThin;html=1;rounded=0;endFill=1;strokeColor=light-dark(#929090, #ededed);strokeWidth=0.75;dashed=1;entryX=0.25;entryY=0;entryDx=0;entryDy=0;exitX=0.5;exitY=1;exitDx=0;exitDy=0;" target="4Kx2ZGOmUHy-jwn0eLsE-33" value="">
          <mxGeometry height="50" relative="1" width="50" as="geometry">
            <mxPoint x="59" y="920.25" as="sourcePoint" />
            <mxPoint x="109" y="870.25" as="targetPoint" />
          </mxGeometry>
        </mxCell>
        <mxCell id="4Kx2ZGOmUHy-jwn0eLsE-35" parent="1" style="text;html=1;whiteSpace=wrap;strokeColor=none;fillColor=none;align=center;verticalAlign=middle;rounded=0;fontSize=8;fontStyle=0" value="&lt;font face=&quot;Comic Sans MS&quot; style=&quot;background-color: rgb(204, 204, 255);&quot;&gt;TF-IDF&lt;/font&gt;" vertex="1">
          <mxGeometry height="30" width="60" x="-131" y="831" as="geometry" />
        </mxCell>
        <mxCell id="4Kx2ZGOmUHy-jwn0eLsE-36" edge="1" parent="1" source="4Kx2ZGOmUHy-jwn0eLsE-17" style="endArrow=blockThin;html=1;rounded=0;endFill=1;strokeColor=light-dark(#929090, #ededed);strokeWidth=0.75;dashed=1;exitX=0;exitY=1;exitDx=0;exitDy=0;entryX=0.75;entryY=0;entryDx=0;entryDy=0;" value="">
          <mxGeometry height="50" relative="1" width="50" as="geometry">
            <mxPoint x="-183" y="870.25" as="sourcePoint" />
            <mxPoint x="-258" y="970.25" as="targetPoint" />
          </mxGeometry>
        </mxCell>
        <mxCell id="V7DRn1bYesRj_FAgbpVT-1" parent="1" style="rounded=1;whiteSpace=wrap;html=1;strokeColor=#808080;fontFamily=Comic Sans MS;strokeWidth=0.75;fontSize=10;" value="Defining the Problem" vertex="1">
          <mxGeometry height="18" width="105" x="947" y="605" as="geometry" />
        </mxCell>
        <mxCell id="V7DRn1bYesRj_FAgbpVT-5" parent="1" style="rounded=1;whiteSpace=wrap;html=1;strokeColor=#808080;fontFamily=Comic Sans MS;strokeWidth=0.75;fontSize=10;" value="Data Collection" vertex="1">
          <mxGeometry height="19" width="77" x="1083" y="604.5" as="geometry" />
        </mxCell>
        <mxCell id="V7DRn1bYesRj_FAgbpVT-7" parent="1" style="rounded=1;whiteSpace=wrap;html=1;strokeColor=#808080;fontFamily=Comic Sans MS;strokeWidth=0.75;fontSize=10;" value="Preparing the Data" vertex="1">
          <mxGeometry height="18" width="105" x="1187" y="604.5" as="geometry" />
        </mxCell>
        <mxCell id="V7DRn1bYesRj_FAgbpVT-8" parent="1" style="rounded=1;whiteSpace=wrap;html=1;strokeColor=#808080;fontFamily=Comic Sans MS;strokeWidth=0.75;fontSize=10;" value="Assigning Appropriate Model" vertex="1">
          <mxGeometry height="19" width="140" x="1152" y="670" as="geometry" />
        </mxCell>
        <mxCell id="V7DRn1bYesRj_FAgbpVT-9" parent="1" style="rounded=1;whiteSpace=wrap;html=1;strokeColor=#808080;fontFamily=Comic Sans MS;strokeWidth=0.75;fontSize=10;" value="Training the Model" vertex="1">
          <mxGeometry height="19" width="97" x="1017" y="670" as="geometry" />
        </mxCell>
        <mxCell id="V7DRn1bYesRj_FAgbpVT-10" parent="1" style="rounded=1;whiteSpace=wrap;html=1;strokeColor=#808080;fontFamily=Comic Sans MS;strokeWidth=0.75;fontSize=10;" value="Evaluating" vertex="1">
          <mxGeometry height="18" width="58" x="936" y="670" as="geometry" />
        </mxCell>
        <mxCell id="V7DRn1bYesRj_FAgbpVT-11" parent="1" style="rounded=1;whiteSpace=wrap;html=1;strokeColor=#808080;fontFamily=Comic Sans MS;strokeWidth=0.75;fontSize=10;" value="Parameter Tuning" vertex="1">
          <mxGeometry height="18" width="98" x="936" y="720" as="geometry" />
        </mxCell>
        <mxCell id="V7DRn1bYesRj_FAgbpVT-12" edge="1" parent="1" source="V7DRn1bYesRj_FAgbpVT-1" style="endArrow=openThin;html=1;rounded=0;strokeWidth=0.75;endFill=0;strokeColor=#666666;entryX=0;entryY=0.5;entryDx=0;entryDy=0;exitX=1;exitY=0.5;exitDx=0;exitDy=0;" target="V7DRn1bYesRj_FAgbpVT-5" value="">
          <mxGeometry height="50" relative="1" width="50" as="geometry">
            <mxPoint x="1021" y="695" as="sourcePoint" />
            <mxPoint x="1071" y="645" as="targetPoint" />
          </mxGeometry>
        </mxCell>
        <mxCell id="V7DRn1bYesRj_FAgbpVT-13" edge="1" parent="1" source="V7DRn1bYesRj_FAgbpVT-5" style="endArrow=openThin;html=1;rounded=0;strokeWidth=0.75;endFill=0;strokeColor=#666666;entryX=0;entryY=0.5;entryDx=0;entryDy=0;exitX=1;exitY=0.5;exitDx=0;exitDy=0;" target="V7DRn1bYesRj_FAgbpVT-7" value="">
          <mxGeometry height="50" relative="1" width="50" as="geometry">
            <mxPoint x="1021" y="695" as="sourcePoint" />
            <mxPoint x="1071" y="645" as="targetPoint" />
          </mxGeometry>
        </mxCell>
        <mxCell id="V7DRn1bYesRj_FAgbpVT-14" edge="1" parent="1" source="V7DRn1bYesRj_FAgbpVT-7" style="endArrow=openThin;html=1;rounded=0;strokeWidth=0.75;endFill=0;strokeColor=#666666;exitX=0.75;exitY=1;exitDx=0;exitDy=0;entryX=0.814;entryY=0;entryDx=0;entryDy=0;entryPerimeter=0;" target="V7DRn1bYesRj_FAgbpVT-8" value="">
          <mxGeometry height="50" relative="1" width="50" as="geometry">
            <mxPoint x="1245" y="652" as="sourcePoint" />
            <mxPoint x="1295" y="602" as="targetPoint" />
          </mxGeometry>
        </mxCell>
        <mxCell id="V7DRn1bYesRj_FAgbpVT-15" edge="1" parent="1" source="V7DRn1bYesRj_FAgbpVT-8" style="endArrow=openThin;html=1;rounded=0;strokeWidth=0.75;endFill=0;strokeColor=#666666;exitX=0;exitY=0.5;exitDx=0;exitDy=0;entryX=1;entryY=0.5;entryDx=0;entryDy=0;" target="V7DRn1bYesRj_FAgbpVT-9" value="">
          <mxGeometry height="50" relative="1" width="50" as="geometry">
            <mxPoint x="1086" y="652" as="sourcePoint" />
            <mxPoint x="1136" y="602" as="targetPoint" />
          </mxGeometry>
        </mxCell>
        <mxCell id="V7DRn1bYesRj_FAgbpVT-16" edge="1" parent="1" source="V7DRn1bYesRj_FAgbpVT-9" style="endArrow=openThin;html=1;rounded=0;strokeWidth=0.75;endFill=0;strokeColor=#666666;exitX=0;exitY=0.5;exitDx=0;exitDy=0;entryX=1;entryY=0.5;entryDx=0;entryDy=0;" target="V7DRn1bYesRj_FAgbpVT-10" value="">
          <mxGeometry height="50" relative="1" width="50" as="geometry">
            <mxPoint x="950" y="652" as="sourcePoint" />
            <mxPoint x="1000" y="602" as="targetPoint" />
          </mxGeometry>
        </mxCell>
        <mxCell id="V7DRn1bYesRj_FAgbpVT-17" edge="1" parent="1" source="V7DRn1bYesRj_FAgbpVT-10" style="endArrow=openThin;html=1;rounded=0;strokeWidth=0.75;endFill=0;strokeColor=#666666;entryX=0.296;entryY=0.028;entryDx=0;entryDy=0;entryPerimeter=0;exitX=0.5;exitY=1;exitDx=0;exitDy=0;" target="V7DRn1bYesRj_FAgbpVT-11" value="">
          <mxGeometry height="50" relative="1" width="50" as="geometry">
            <mxPoint x="911" y="614" as="sourcePoint" />
            <mxPoint x="961" y="564" as="targetPoint" />
          </mxGeometry>
        </mxCell>
        <mxCell id="V7DRn1bYesRj_FAgbpVT-18" parent="1" style="text;html=1;whiteSpace=wrap;strokeColor=none;fillColor=none;align=center;verticalAlign=middle;rounded=0;fontFamily=Comic Sans MS;fontSize=10;" value="&lt;span style=&quot;background-color: rgb(204, 255, 204);&quot;&gt;training data&lt;/span&gt;" vertex="1">
          <mxGeometry height="15" width="60" x="1131" y="641" as="geometry" />
        </mxCell>
        <mxCell id="V7DRn1bYesRj_FAgbpVT-19" parent="1" style="text;html=1;whiteSpace=wrap;strokeColor=none;fillColor=none;align=center;verticalAlign=middle;rounded=0;fontFamily=Comic Sans MS;fontSize=10;" value="&lt;span style=&quot;background-color: rgb(255, 230, 204);&quot;&gt;validation data&lt;/span&gt;" vertex="1">
          <mxGeometry height="15" width="69" x="1188" y="641" as="geometry" />
        </mxCell>
        <mxCell id="V7DRn1bYesRj_FAgbpVT-20" edge="1" parent="1" source="V7DRn1bYesRj_FAgbpVT-7" style="endArrow=blockThin;html=1;rounded=0;strokeColor=#808080;endFill=1;strokeWidth=0.65;exitX=0.5;exitY=1;exitDx=0;exitDy=0;entryX=0.5;entryY=0;entryDx=0;entryDy=0;dashed=1;" target="V7DRn1bYesRj_FAgbpVT-19" value="">
          <mxGeometry height="50" relative="1" width="50" as="geometry">
            <mxPoint x="1105" y="571" as="sourcePoint" />
            <mxPoint x="1080" y="531" as="targetPoint" />
          </mxGeometry>
        </mxCell>
        <mxCell id="V7DRn1bYesRj_FAgbpVT-21" edge="1" parent="1" source="V7DRn1bYesRj_FAgbpVT-7" style="endArrow=blockThin;html=1;rounded=0;strokeColor=#808080;endFill=1;strokeWidth=0.65;exitX=0.5;exitY=1;exitDx=0;exitDy=0;entryX=0.5;entryY=0;entryDx=0;entryDy=0;dashed=1;" target="V7DRn1bYesRj_FAgbpVT-18" value="">
          <mxGeometry height="50" relative="1" width="50" as="geometry">
            <mxPoint x="1105" y="571" as="sourcePoint" />
            <mxPoint x="1080" y="531" as="targetPoint" />
          </mxGeometry>
        </mxCell>
        <mxCell id="V7DRn1bYesRj_FAgbpVT-22" parent="1" style="text;html=1;whiteSpace=wrap;strokeColor=none;fillColor=none;align=center;verticalAlign=middle;rounded=0;fontFamily=Comic Sans MS;fontSize=10;" value="&lt;span style=&quot;background-color: rgb(204, 229, 255);&quot;&gt;Supervised Learning&lt;/span&gt;" vertex="1">
          <mxGeometry height="18" width="100" x="1203" y="711" as="geometry" />
        </mxCell>
        <mxCell id="V7DRn1bYesRj_FAgbpVT-23" parent="1" style="text;html=1;whiteSpace=wrap;strokeColor=none;fillColor=none;align=center;verticalAlign=middle;rounded=0;fontFamily=Comic Sans MS;fontSize=10;" value="&lt;span style=&quot;background-color: rgb(204, 255, 204);&quot;&gt;Unsupervised Learning&lt;/span&gt;" vertex="1">
          <mxGeometry height="21" width="112" x="1203" y="739" as="geometry" />
        </mxCell>
        <mxCell id="V7DRn1bYesRj_FAgbpVT-24" parent="1" style="text;html=1;whiteSpace=wrap;strokeColor=none;fillColor=none;align=center;verticalAlign=middle;rounded=0;fontFamily=Comic Sans MS;fontSize=10;" value="&lt;span style=&quot;background-color: rgb(255, 204, 204);&quot;&gt;Reinforcement Learning&lt;/span&gt;" vertex="1">
          <mxGeometry height="19" width="118" x="1203" y="770" as="geometry" />
        </mxCell>
        <mxCell id="V7DRn1bYesRj_FAgbpVT-25" parent="1" style="text;html=1;whiteSpace=wrap;strokeColor=none;fillColor=none;align=center;verticalAlign=middle;rounded=0;fontFamily=Comic Sans MS;fontSize=10;" value="&lt;span style=&quot;background-color: rgb(255, 255, 204);&quot;&gt;Neural Networks &amp;amp; Deep Learning&lt;/span&gt;" vertex="1">
          <mxGeometry height="18" width="160" x="1203" y="806" as="geometry" />
        </mxCell>
        <mxCell id="V7DRn1bYesRj_FAgbpVT-26" edge="1" parent="1" source="V7DRn1bYesRj_FAgbpVT-8" style="endArrow=blockThin;html=1;rounded=0;strokeColor=#808080;endFill=1;strokeWidth=0.5;exitX=0.25;exitY=1;exitDx=0;exitDy=0;entryX=0;entryY=0.5;entryDx=0;entryDy=0;" target="V7DRn1bYesRj_FAgbpVT-22" value="">
          <mxGeometry height="50" relative="1" width="50" as="geometry">
            <Array as="points">
              <mxPoint x="1187" y="720" />
            </Array>
            <mxPoint x="1169" y="744" as="sourcePoint" />
            <mxPoint x="1273" y="654" as="targetPoint" />
          </mxGeometry>
        </mxCell>
        <mxCell id="V7DRn1bYesRj_FAgbpVT-27" edge="1" parent="1" source="V7DRn1bYesRj_FAgbpVT-8" style="endArrow=blockThin;html=1;rounded=0;strokeColor=#808080;endFill=1;strokeWidth=0.5;entryX=0;entryY=0.5;entryDx=0;entryDy=0;exitX=0.25;exitY=1;exitDx=0;exitDy=0;" target="V7DRn1bYesRj_FAgbpVT-23" value="">
          <mxGeometry height="50" relative="1" width="50" as="geometry">
            <Array as="points">
              <mxPoint x="1187" y="750" />
            </Array>
            <mxPoint x="1186" y="690" as="sourcePoint" />
            <mxPoint x="1260" y="650" as="targetPoint" />
          </mxGeometry>
        </mxCell>
        <mxCell id="V7DRn1bYesRj_FAgbpVT-28" edge="1" parent="1" source="V7DRn1bYesRj_FAgbpVT-8" style="endArrow=blockThin;html=1;rounded=0;strokeColor=#808080;endFill=1;strokeWidth=0.5;exitX=0.25;exitY=1;exitDx=0;exitDy=0;entryX=0;entryY=0.5;entryDx=0;entryDy=0;" target="V7DRn1bYesRj_FAgbpVT-24" value="">
          <mxGeometry height="50" relative="1" width="50" as="geometry">
            <Array as="points">
              <mxPoint x="1187" y="780" />
            </Array>
            <mxPoint x="1176" y="790" as="sourcePoint" />
            <mxPoint x="1280" y="700" as="targetPoint" />
          </mxGeometry>
        </mxCell>
        <mxCell id="V7DRn1bYesRj_FAgbpVT-31" edge="1" parent="1" source="V7DRn1bYesRj_FAgbpVT-8" style="endArrow=blockThin;html=1;rounded=0;strokeColor=#808080;endFill=1;strokeWidth=0.5;exitX=0.25;exitY=1;exitDx=0;exitDy=0;entryX=0;entryY=0.5;entryDx=0;entryDy=0;" target="V7DRn1bYesRj_FAgbpVT-25" value="">
          <mxGeometry height="50" relative="1" width="50" as="geometry">
            <Array as="points">
              <mxPoint x="1187" y="815" />
            </Array>
            <mxPoint x="1136" y="790" as="sourcePoint" />
            <mxPoint x="1240" y="700" as="targetPoint" />
          </mxGeometry>
        </mxCell>
        <mxCell id="V7DRn1bYesRj_FAgbpVT-33" parent="1" style="rounded=0;whiteSpace=wrap;html=1;fontFamily=Comic Sans MS;strokeWidth=0.5;strokeColor=#808080;align=left;verticalAlign=top;fontSize=10;" value="CNN,&amp;nbsp;RNN / LSTM" vertex="1">
          <mxGeometry height="30" width="180" x="1406" y="826" as="geometry" />
        </mxCell>
        <mxCell id="V7DRn1bYesRj_FAgbpVT-35" parent="1" style="rounded=0;whiteSpace=wrap;html=1;fontFamily=Comic Sans MS;strokeWidth=0.5;strokeColor=#808080;align=left;verticalAlign=top;fontSize=10;" value="Q-Learning, Deep Q-Network (DQN)." vertex="1">
          <mxGeometry height="30" width="180" x="1406" y="786" as="geometry" />
        </mxCell>
        <mxCell id="V7DRn1bYesRj_FAgbpVT-36" parent="1" style="rounded=0;whiteSpace=wrap;html=1;fontFamily=Comic Sans MS;strokeWidth=0.5;strokeColor=#808080;align=left;verticalAlign=top;fontSize=10;" value="Clustering :&amp;nbsp;K-Means, DBSCAN&lt;br&gt;Dimensionality Reduction:&amp;nbsp;PCA" vertex="1">
          <mxGeometry height="30" width="180" x="1406" y="739.5" as="geometry" />
        </mxCell>
        <mxCell id="V7DRn1bYesRj_FAgbpVT-37" parent="1" style="rounded=0;whiteSpace=wrap;html=1;fontFamily=Comic Sans MS;strokeWidth=0.5;strokeColor=#808080;align=left;verticalAlign=top;fontSize=10;" value="Regression :&amp;nbsp;Linear Regression&lt;div&gt;Classification : Logistic Regression, Decision Trees, Random Forest,SVM - Support Vector Machine&lt;/div&gt;" vertex="1">
          <mxGeometry height="48" width="220" x="1406" y="679.25" as="geometry" />
        </mxCell>
        <mxCell id="V7DRn1bYesRj_FAgbpVT-39" edge="1" parent="1" source="V7DRn1bYesRj_FAgbpVT-22" style="endArrow=blockThin;html=1;rounded=0;strokeColor=#808080;endFill=1;strokeWidth=0.65;exitX=1;exitY=0.5;exitDx=0;exitDy=0;entryX=0;entryY=0.25;entryDx=0;entryDy=0;dashed=1;" target="V7DRn1bYesRj_FAgbpVT-37" value="">
          <mxGeometry height="50" relative="1" width="50" as="geometry">
            <mxPoint x="1351" y="760" as="sourcePoint" />
            <mxPoint x="1326" y="720" as="targetPoint" />
          </mxGeometry>
        </mxCell>
        <mxCell id="V7DRn1bYesRj_FAgbpVT-40" edge="1" parent="1" source="V7DRn1bYesRj_FAgbpVT-23" style="endArrow=blockThin;html=1;rounded=0;strokeColor=#808080;endFill=1;strokeWidth=0.65;exitX=1;exitY=0.5;exitDx=0;exitDy=0;entryX=0;entryY=0.25;entryDx=0;entryDy=0;dashed=1;" target="V7DRn1bYesRj_FAgbpVT-36" value="">
          <mxGeometry height="50" relative="1" width="50" as="geometry">
            <mxPoint x="1351" y="760" as="sourcePoint" />
            <mxPoint x="1326" y="720" as="targetPoint" />
          </mxGeometry>
        </mxCell>
        <mxCell id="V7DRn1bYesRj_FAgbpVT-41" edge="1" parent="1" source="V7DRn1bYesRj_FAgbpVT-24" style="endArrow=blockThin;html=1;rounded=0;strokeColor=#808080;endFill=1;strokeWidth=0.65;exitX=1;exitY=0.5;exitDx=0;exitDy=0;entryX=0;entryY=0.25;entryDx=0;entryDy=0;dashed=1;" target="V7DRn1bYesRj_FAgbpVT-35" value="">
          <mxGeometry height="50" relative="1" width="50" as="geometry">
            <mxPoint x="1351" y="760" as="sourcePoint" />
            <mxPoint x="1326" y="720" as="targetPoint" />
          </mxGeometry>
        </mxCell>
        <mxCell id="V7DRn1bYesRj_FAgbpVT-42" edge="1" parent="1" source="V7DRn1bYesRj_FAgbpVT-25" style="endArrow=blockThin;html=1;rounded=0;strokeColor=#808080;endFill=1;strokeWidth=0.65;exitX=1;exitY=0.5;exitDx=0;exitDy=0;entryX=0;entryY=0.25;entryDx=0;entryDy=0;dashed=1;" target="V7DRn1bYesRj_FAgbpVT-33" value="">
          <mxGeometry height="50" relative="1" width="50" as="geometry">
            <mxPoint x="1351" y="760" as="sourcePoint" />
            <mxPoint x="1326" y="720" as="targetPoint" />
          </mxGeometry>
        </mxCell>
        <mxCell id="V7DRn1bYesRj_FAgbpVT-44" parent="1" style="rounded=0;whiteSpace=wrap;html=1;fontFamily=Comic Sans MS;strokeWidth=0.5;strokeColor=#808080;align=left;verticalAlign=top;fontSize=10;" value="Feed datasets to the algorithm so it can learn. Continuous training helps the algorithm adjust its weights and improve its predictive capabilities" vertex="1">
          <mxGeometry height="75" width="133" x="1046" y="720" as="geometry" />
        </mxCell>
        <mxCell id="V7DRn1bYesRj_FAgbpVT-45" edge="1" parent="1" source="V7DRn1bYesRj_FAgbpVT-9" style="endArrow=blockThin;html=1;rounded=0;strokeColor=#808080;endFill=1;strokeWidth=0.65;exitX=0.75;exitY=1;exitDx=0;exitDy=0;entryX=0.25;entryY=0;entryDx=0;entryDy=0;dashed=1;" target="V7DRn1bYesRj_FAgbpVT-44" value="">
          <mxGeometry height="50" relative="1" width="50" as="geometry">
            <mxPoint x="1081" y="690" as="sourcePoint" />
            <mxPoint x="1056" y="650" as="targetPoint" />
          </mxGeometry>
        </mxCell>
        <mxCell id="V7DRn1bYesRj_FAgbpVT-46" parent="1" style="rounded=0;whiteSpace=wrap;html=1;fontFamily=Comic Sans MS;strokeWidth=0.5;strokeColor=#808080;align=left;verticalAlign=top;fontSize=10;" value="Adjust the &lt;u&gt;hyperparameters&lt;/u&gt; for optimization, helping the model achieve the highest possible accuracy" vertex="1">
          <mxGeometry height="60" width="130" x="900" y="760" as="geometry" />
        </mxCell>
        <mxCell id="V7DRn1bYesRj_FAgbpVT-47" edge="1" parent="1" source="V7DRn1bYesRj_FAgbpVT-11" style="endArrow=blockThin;html=1;rounded=0;strokeColor=#808080;endFill=1;strokeWidth=0.65;exitX=0.25;exitY=1;exitDx=0;exitDy=0;entryX=0.462;entryY=0.005;entryDx=0;entryDy=0;dashed=1;entryPerimeter=0;" target="V7DRn1bYesRj_FAgbpVT-46" value="">
          <mxGeometry height="50" relative="1" width="50" as="geometry">
            <mxPoint x="1081" y="750" as="sourcePoint" />
            <mxPoint x="961.5" y="760" as="targetPoint" />
          </mxGeometry>
        </mxCell>
        <mxCell id="V7DRn1bYesRj_FAgbpVT-48" parent="1" style="text;html=1;whiteSpace=wrap;strokeColor=none;fillColor=none;align=center;verticalAlign=middle;rounded=0;fontFamily=Comic Sans MS;fontSize=8;" value="&lt;span style=&quot;background-color: rgb(204, 255, 204);&quot;&gt;Input Data&lt;/span&gt;" vertex="1">
          <mxGeometry height="20" width="60" x="916" y="632.25" as="geometry" />
        </mxCell>
        <mxCell id="V7DRn1bYesRj_FAgbpVT-49" parent="1" style="text;html=1;whiteSpace=wrap;strokeColor=none;fillColor=none;align=center;verticalAlign=middle;rounded=0;fontFamily=Comic Sans MS;fontSize=8;" value="&lt;span style=&quot;background-color: rgb(204, 255, 255);&quot;&gt;Problem Statement&lt;/span&gt;" vertex="1">
          <mxGeometry height="20" width="90" x="916" y="621.25" as="geometry" />
        </mxCell>
        <mxCell id="V7DRn1bYesRj_FAgbpVT-50" parent="1" style="text;html=1;whiteSpace=wrap;strokeColor=none;fillColor=none;align=center;verticalAlign=middle;rounded=0;fontFamily=Comic Sans MS;fontSize=8;" value="&lt;span style=&quot;background-color: rgb(255, 230, 204);&quot;&gt;Model Objective / Goal&lt;/span&gt;" vertex="1">
          <mxGeometry height="16.75" width="110.5" x="976.75" y="622.88" as="geometry" />
        </mxCell>
        <mxCell id="V7DRn1bYesRj_FAgbpVT-51" parent="1" style="text;html=1;whiteSpace=wrap;strokeColor=none;fillColor=none;align=center;verticalAlign=middle;rounded=0;fontFamily=Comic Sans MS;fontSize=8;" value="&lt;span style=&quot;background-color: rgb(255, 255, 204);&quot;&gt;Features / Attributes&lt;/span&gt;" vertex="1">
          <mxGeometry height="20" width="100" x="951" y="633" as="geometry" />
        </mxCell>
        <mxCell id="V7DRn1bYesRj_FAgbpVT-52" parent="1" style="text;html=1;whiteSpace=wrap;strokeColor=none;fillColor=none;align=center;verticalAlign=middle;rounded=0;fontFamily=Comic Sans MS;fontSize=8;" value="&lt;span style=&quot;background-color: rgb(255, 204, 230);&quot;&gt;Independent Variables&lt;/span&gt;" vertex="1">
          <mxGeometry height="20" width="100" x="1023" y="633" as="geometry" />
        </mxCell>
        <mxCell id="V7DRn1bYesRj_FAgbpVT-53" parent="1" style="text;html=1;whiteSpace=wrap;strokeColor=none;fillColor=none;align=center;verticalAlign=middle;rounded=0;fontFamily=Comic Sans MS;fontSize=8;" value="&lt;span style=&quot;background-color: rgb(255, 204, 204);&quot;&gt;Target Variable&lt;/span&gt;" vertex="1">
          <mxGeometry height="20" width="60" x="923" y="644" as="geometry" />
        </mxCell>
        <mxCell id="V7DRn1bYesRj_FAgbpVT-54" parent="1" style="text;html=1;whiteSpace=wrap;strokeColor=none;fillColor=none;align=center;verticalAlign=middle;rounded=0;fontFamily=Comic Sans MS;fontSize=8;" value="&lt;span style=&quot;background-color: rgb(204, 255, 204);&quot;&gt;Label&lt;/span&gt;" vertex="1">
          <mxGeometry height="12" width="25" x="976.75" y="648" as="geometry" />
        </mxCell>
        <mxCell id="V7DRn1bYesRj_FAgbpVT-55" parent="1" style="text;html=1;whiteSpace=wrap;strokeColor=none;fillColor=none;align=center;verticalAlign=middle;rounded=0;fontFamily=Comic Sans MS;fontSize=8;" value="&lt;span style=&quot;background-color: rgb(204, 204, 255);&quot;&gt;Expected Output&lt;/span&gt;" vertex="1">
          <mxGeometry height="15" width="65" x="995.5" y="646.5" as="geometry" />
        </mxCell>
        <mxCell id="V7DRn1bYesRj_FAgbpVT-56" parent="1" style="text;html=1;whiteSpace=wrap;strokeColor=none;fillColor=none;align=center;verticalAlign=middle;rounded=0;fontFamily=Comic Sans MS;fontSize=8;" value="&lt;span style=&quot;background-color: rgb(204, 255, 255);&quot;&gt;Dependent Variable&lt;/span&gt;" vertex="1">
          <mxGeometry height="18" width="75" x="1051" y="645" as="geometry" />
        </mxCell>
        <mxCell id="V7DRn1bYesRj_FAgbpVT-57" parent="1" style="text;html=1;whiteSpace=wrap;strokeColor=none;fillColor=none;align=center;verticalAlign=middle;rounded=0;fontFamily=Comic Sans MS;fontSize=8;" value="&lt;span style=&quot;background-color: rgb(204, 255, 204);&quot;&gt;Model artifact&lt;/span&gt;" vertex="1">
          <mxGeometry height="15" width="60" x="1066" y="623.75" as="geometry" />
        </mxCell>
        <mxCell id="V7DRn1bYesRj_FAgbpVT-58" parent="1" style="text;html=1;whiteSpace=wrap;strokeColor=none;fillColor=none;align=center;verticalAlign=middle;rounded=0;fontSize=10;" value="&lt;font face=&quot;Comic Sans MS&quot; style=&quot;background-color: rgb(204, 204, 255);&quot;&gt;Inference&lt;/font&gt;" vertex="1">
          <mxGeometry height="13.5" width="50" x="773" y="575" as="geometry" />
        </mxCell>
        <mxCell id="V7DRn1bYesRj_FAgbpVT-59" edge="1" parent="1" style="edgeStyle=orthogonalEdgeStyle;rounded=0;orthogonalLoop=1;jettySize=auto;html=1;innerLoopWaypoints=1;exitX=0.5;exitY=1;exitDx=0;exitDy=0;">
          <mxGeometry relative="1" as="geometry">
            <mxPoint x="309" y="692" as="sourcePoint" />
            <mxPoint x="309" y="692" as="targetPoint" />
          </mxGeometry>
        </mxCell>
        <mxCell id="RreDaSVfhYIk49Yz23y1-1" parent="1" style="text;html=1;whiteSpace=wrap;strokeColor=none;fillColor=none;align=center;verticalAlign=middle;rounded=0;fontFamily=Comic Sans MS;fontSize=10;" value="&lt;span style=&quot;background-color: rgb(204, 255, 255);&quot;&gt;&lt;span&gt;Vector &lt;/span&gt;&lt;span&gt;DB&lt;/span&gt;&lt;/span&gt;" vertex="1">
          <mxGeometry height="18.75" width="47.5" x="683.75" y="613.5" as="geometry" />
        </mxCell>
        <mxCell id="RreDaSVfhYIk49Yz23y1-2" parent="1" style="rounded=0;whiteSpace=wrap;html=1;fontFamily=Comic Sans MS;strokeWidth=0.5;strokeColor=#808080;align=center;verticalAlign=top;fontSize=10;dashed=1;" value="&lt;u&gt;common technology&lt;/u&gt;&lt;div&gt;&lt;br&gt;&lt;/div&gt;" vertex="1">
          <mxGeometry height="138" width="160" x="-63" y="503" as="geometry" />
        </mxCell>
        <mxCell id="RreDaSVfhYIk49Yz23y1-3" parent="1" style="rounded=1;whiteSpace=wrap;html=1;strokeColor=#808080;fontFamily=Comic Sans MS;strokeWidth=0.75;fontSize=10;" value="" vertex="1">
          <mxGeometry height="62" width="30" x="625" y="698" as="geometry" />
        </mxCell>
        <mxCell id="RreDaSVfhYIk49Yz23y1-4" parent="1" style="rounded=1;whiteSpace=wrap;html=1;strokeColor=#808080;fontFamily=Comic Sans MS;strokeWidth=0.75;fontSize=10;" value="" vertex="1">
          <mxGeometry height="10" width="25" x="627.5" y="701" as="geometry" />
        </mxCell>
        <mxCell id="RreDaSVfhYIk49Yz23y1-5" parent="1" style="rounded=1;whiteSpace=wrap;html=1;strokeColor=#808080;fontFamily=Comic Sans MS;strokeWidth=0.75;fontSize=10;" value="" vertex="1">
          <mxGeometry height="10" width="25" x="627.5" y="715" as="geometry" />
        </mxCell>
        <mxCell id="RreDaSVfhYIk49Yz23y1-6" parent="1" style="rounded=1;whiteSpace=wrap;html=1;strokeColor=#808080;fontFamily=Comic Sans MS;strokeWidth=0.75;fontSize=10;" value="" vertex="1">
          <mxGeometry height="10" width="25" x="627.5" y="729.5" as="geometry" />
        </mxCell>
        <mxCell id="RreDaSVfhYIk49Yz23y1-7" parent="1" style="rounded=1;whiteSpace=wrap;html=1;strokeColor=#808080;fontFamily=Comic Sans MS;strokeWidth=0.75;fontSize=10;fontStyle=1" value="" vertex="1">
          <mxGeometry height="10" width="25" x="627.5" y="744.5" as="geometry" />
        </mxCell>
        <mxCell id="RreDaSVfhYIk49Yz23y1-8" parent="1" style="rounded=0;whiteSpace=wrap;html=1;fontFamily=Comic Sans MS;strokeWidth=0.5;strokeColor=#808080;align=left;verticalAlign=top;fontSize=10;" value="specialized systems designed to store, index, and retrieve high-dimensional vectors ( use as embeddings)&lt;div&gt;-&amp;nbsp;managing unstructured data&lt;/div&gt;&lt;div&gt;- similarity Search&lt;br&gt;- aim : understanding relationships between items is crucial, enable :&amp;nbsp;&lt;br&gt;&lt;span style=&quot;white-space: pre;&quot;&gt;&#x9;&lt;/span&gt;+&amp;nbsp;semantic search&lt;br&gt;&lt;/div&gt;&lt;div&gt;&lt;span style=&quot;white-space: pre;&quot;&gt;&#x9;&lt;/span&gt;+&amp;nbsp;recommendation systems&lt;br&gt;&lt;span style=&quot;white-space: pre;&quot;&gt;&#x9;&lt;/span&gt;+&amp;nbsp;content discovery&lt;br&gt;&lt;/div&gt;&lt;div&gt;- index&amp;nbsp;techniques :&amp;nbsp;approximate nearest neighbor (ANN)&lt;/div&gt;" vertex="1">
          <mxGeometry height="120" width="300" x="490" y="769.5" as="geometry" />
        </mxCell>
        <mxCell id="RreDaSVfhYIk49Yz23y1-10" edge="1" parent="1" source="RreDaSVfhYIk49Yz23y1-1" style="endArrow=blockThin;html=1;rounded=0;strokeColor=#808080;endFill=1;strokeWidth=0.65;exitX=0.5;exitY=1;exitDx=0;exitDy=0;entryX=0.75;entryY=0;entryDx=0;entryDy=0;dashed=1;" target="RreDaSVfhYIk49Yz23y1-3" value="">
          <mxGeometry height="50" relative="1" width="50" as="geometry">
            <mxPoint x="605" y="670" as="sourcePoint" />
            <mxPoint x="580" y="630" as="targetPoint" />
          </mxGeometry>
        </mxCell>
        <mxCell id="RreDaSVfhYIk49Yz23y1-13" parent="1" style="text;html=1;whiteSpace=wrap;strokeColor=none;fillColor=none;align=left;verticalAlign=middle;rounded=0;fontFamily=Comic Sans MS;fontSize=10;" value="&lt;span style=&quot;background-color: rgb(255, 204, 255);&quot;&gt;Vector Search Workflow&lt;/span&gt;" vertex="1">
          <mxGeometry height="30" width="110" x="498" y="920" as="geometry" />
        </mxCell>
        <mxCell id="RreDaSVfhYIk49Yz23y1-15" parent="1" style="rounded=1;whiteSpace=wrap;html=1;strokeColor=#808080;fontFamily=Comic Sans MS;strokeWidth=0.75;fontSize=10;" value="embedding" vertex="1">
          <mxGeometry height="20" width="50" x="520" y="1000.25" as="geometry" />
        </mxCell>
        <mxCell id="RreDaSVfhYIk49Yz23y1-16" parent="1" style="rounded=1;whiteSpace=wrap;html=1;strokeColor=#808080;fontFamily=Comic Sans MS;strokeWidth=0.75;fontSize=10;" value="vectorize" vertex="1">
          <mxGeometry height="20" width="60" x="520" y="1049.25" as="geometry" />
        </mxCell>
        <mxCell id="RreDaSVfhYIk49Yz23y1-17" parent="1" style="rounded=1;whiteSpace=wrap;html=1;strokeColor=#808080;fontFamily=Comic Sans MS;strokeWidth=0.75;fontSize=10;" value="return result" vertex="1">
          <mxGeometry height="20" width="60" x="520" y="1100" as="geometry" />
        </mxCell>
        <mxCell id="RreDaSVfhYIk49Yz23y1-18" parent="1" style="rounded=1;whiteSpace=wrap;html=1;strokeColor=#808080;fontFamily=Comic Sans MS;strokeWidth=0.75;fontSize=10;" value="user&#39;s input" vertex="1">
          <mxGeometry height="20" width="50" x="520" y="960.25" as="geometry" />
        </mxCell>
        <mxCell id="RreDaSVfhYIk49Yz23y1-22" edge="1" parent="1" source="RreDaSVfhYIk49Yz23y1-18" style="endArrow=blockThin;html=1;rounded=0;strokeColor=#808080;endFill=1;strokeWidth=0.5;exitX=0;exitY=0.5;exitDx=0;exitDy=0;entryX=0;entryY=0.25;entryDx=0;entryDy=0;" target="RreDaSVfhYIk49Yz23y1-15" value="">
          <mxGeometry height="50" relative="1" width="50" as="geometry">
            <Array as="points">
              <mxPoint x="500" y="970" />
              <mxPoint x="500" y="1005.25" />
            </Array>
            <mxPoint x="510" y="1090" as="sourcePoint" />
            <mxPoint x="614" y="1000" as="targetPoint" />
          </mxGeometry>
        </mxCell>
        <mxCell id="RreDaSVfhYIk49Yz23y1-23" edge="1" parent="1" style="endArrow=blockThin;html=1;rounded=0;strokeColor=#808080;endFill=1;strokeWidth=0.5;exitX=0;exitY=0.5;exitDx=0;exitDy=0;entryX=0;entryY=0.25;entryDx=0;entryDy=0;" target="RreDaSVfhYIk49Yz23y1-16" value="">
          <mxGeometry height="50" relative="1" width="50" as="geometry">
            <Array as="points">
              <mxPoint x="500" y="1014" />
              <mxPoint x="500" y="1054.25" />
            </Array>
            <mxPoint x="520" y="1014" as="sourcePoint" />
            <mxPoint x="520" y="1049" as="targetPoint" />
          </mxGeometry>
        </mxCell>
        <mxCell id="RreDaSVfhYIk49Yz23y1-24" edge="1" parent="1" style="endArrow=blockThin;html=1;rounded=0;strokeColor=#808080;endFill=1;strokeWidth=0.5;exitX=0;exitY=0.5;exitDx=0;exitDy=0;entryX=0;entryY=0.25;entryDx=0;entryDy=0;" target="RreDaSVfhYIk49Yz23y1-17" value="">
          <mxGeometry height="50" relative="1" width="50" as="geometry">
            <Array as="points">
              <mxPoint x="500" y="1060" />
              <mxPoint x="500" y="1105" />
            </Array>
            <mxPoint x="520" y="1060" as="sourcePoint" />
            <mxPoint x="520" y="1095" as="targetPoint" />
          </mxGeometry>
        </mxCell>
-         <mxCell id="RreDaSVfhYIk49Yz23y1-25" parent="1" style="text;html=1;whiteSpace=wrap;strokeColor=none;fillColor=none;align=left;verticalAlign=middle;rounded=0;fontFamily=Comic Sans MS;fontSize=10;" value="by the same ML model embedding data set" vertex="1">
-           <mxGeometry height="30" width="110" x="600" y="996.25" as="geometry" />
+         <mxCell id="RreDaSVfhYIk49Yz23y1-25" parent="1" style="text;html=1;whiteSpace=wrap;strokeColor=none;fillColor=none;align=left;verticalAlign=middle;rounded=0;fontFamily=Comic Sans MS;fontSize=10;" value="embedded by the same ML model embedding data set" vertex="1">
+           <mxGeometry height="30" width="120" x="600" y="996.25" as="geometry" />
        </mxCell>
        <mxCell id="RreDaSVfhYIk49Yz23y1-26" parent="1" style="text;html=1;whiteSpace=wrap;strokeColor=none;fillColor=none;align=left;verticalAlign=middle;rounded=0;fontFamily=Comic Sans MS;fontSize=10;" value="queried with this embedding, and returns a set of the most similar vector embeddings to the provided query" vertex="1">
          <mxGeometry height="30" width="180" x="600" y="1039.25" as="geometry" />
        </mxCell>
        <mxCell id="RreDaSVfhYIk49Yz23y1-27" parent="1" style="text;html=1;whiteSpace=wrap;strokeColor=none;fillColor=none;align=left;verticalAlign=middle;rounded=0;fontFamily=Comic Sans MS;fontSize=10;" value="returned embeddings are used to retrieve the original source objects from dedicated storage (for example, R2, KV, and D1)" vertex="1">
          <mxGeometry height="40" width="200" x="600" y="1090" as="geometry" />
        </mxCell>
      </root>
    </mxGraphModel>
  </diagram>
</mxfile>
